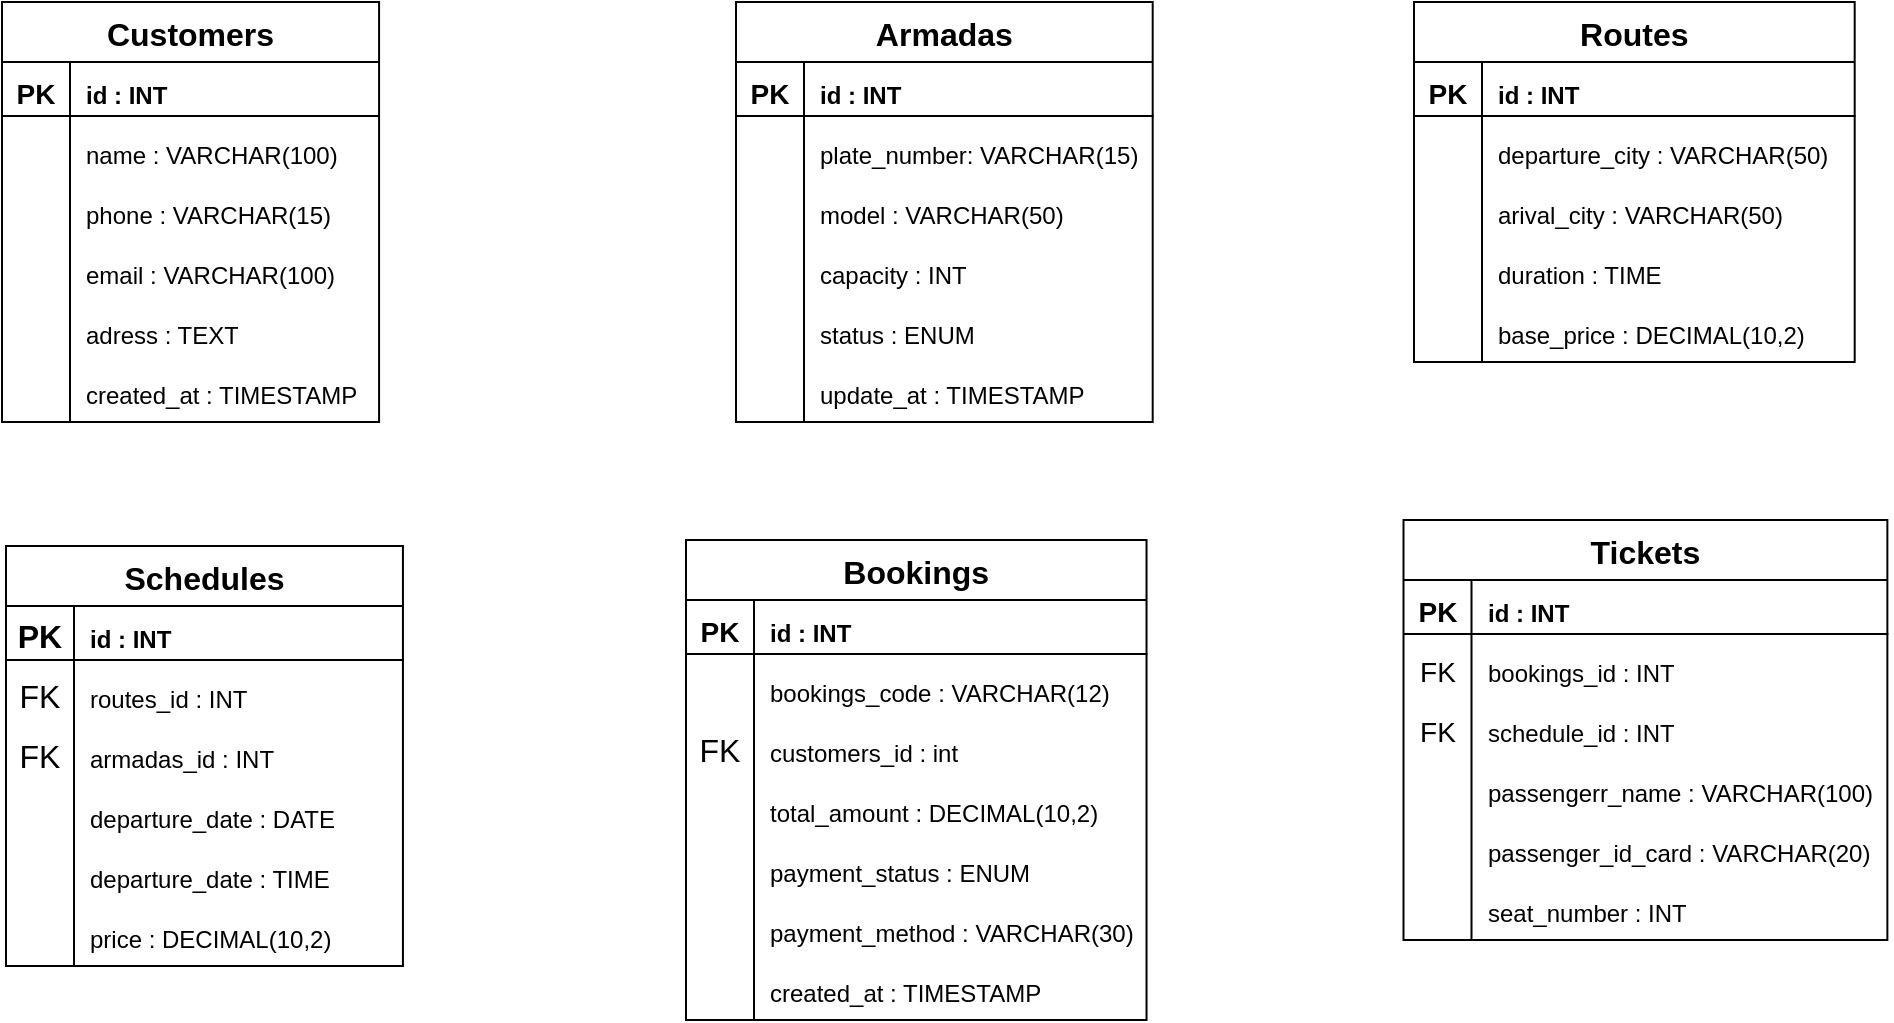
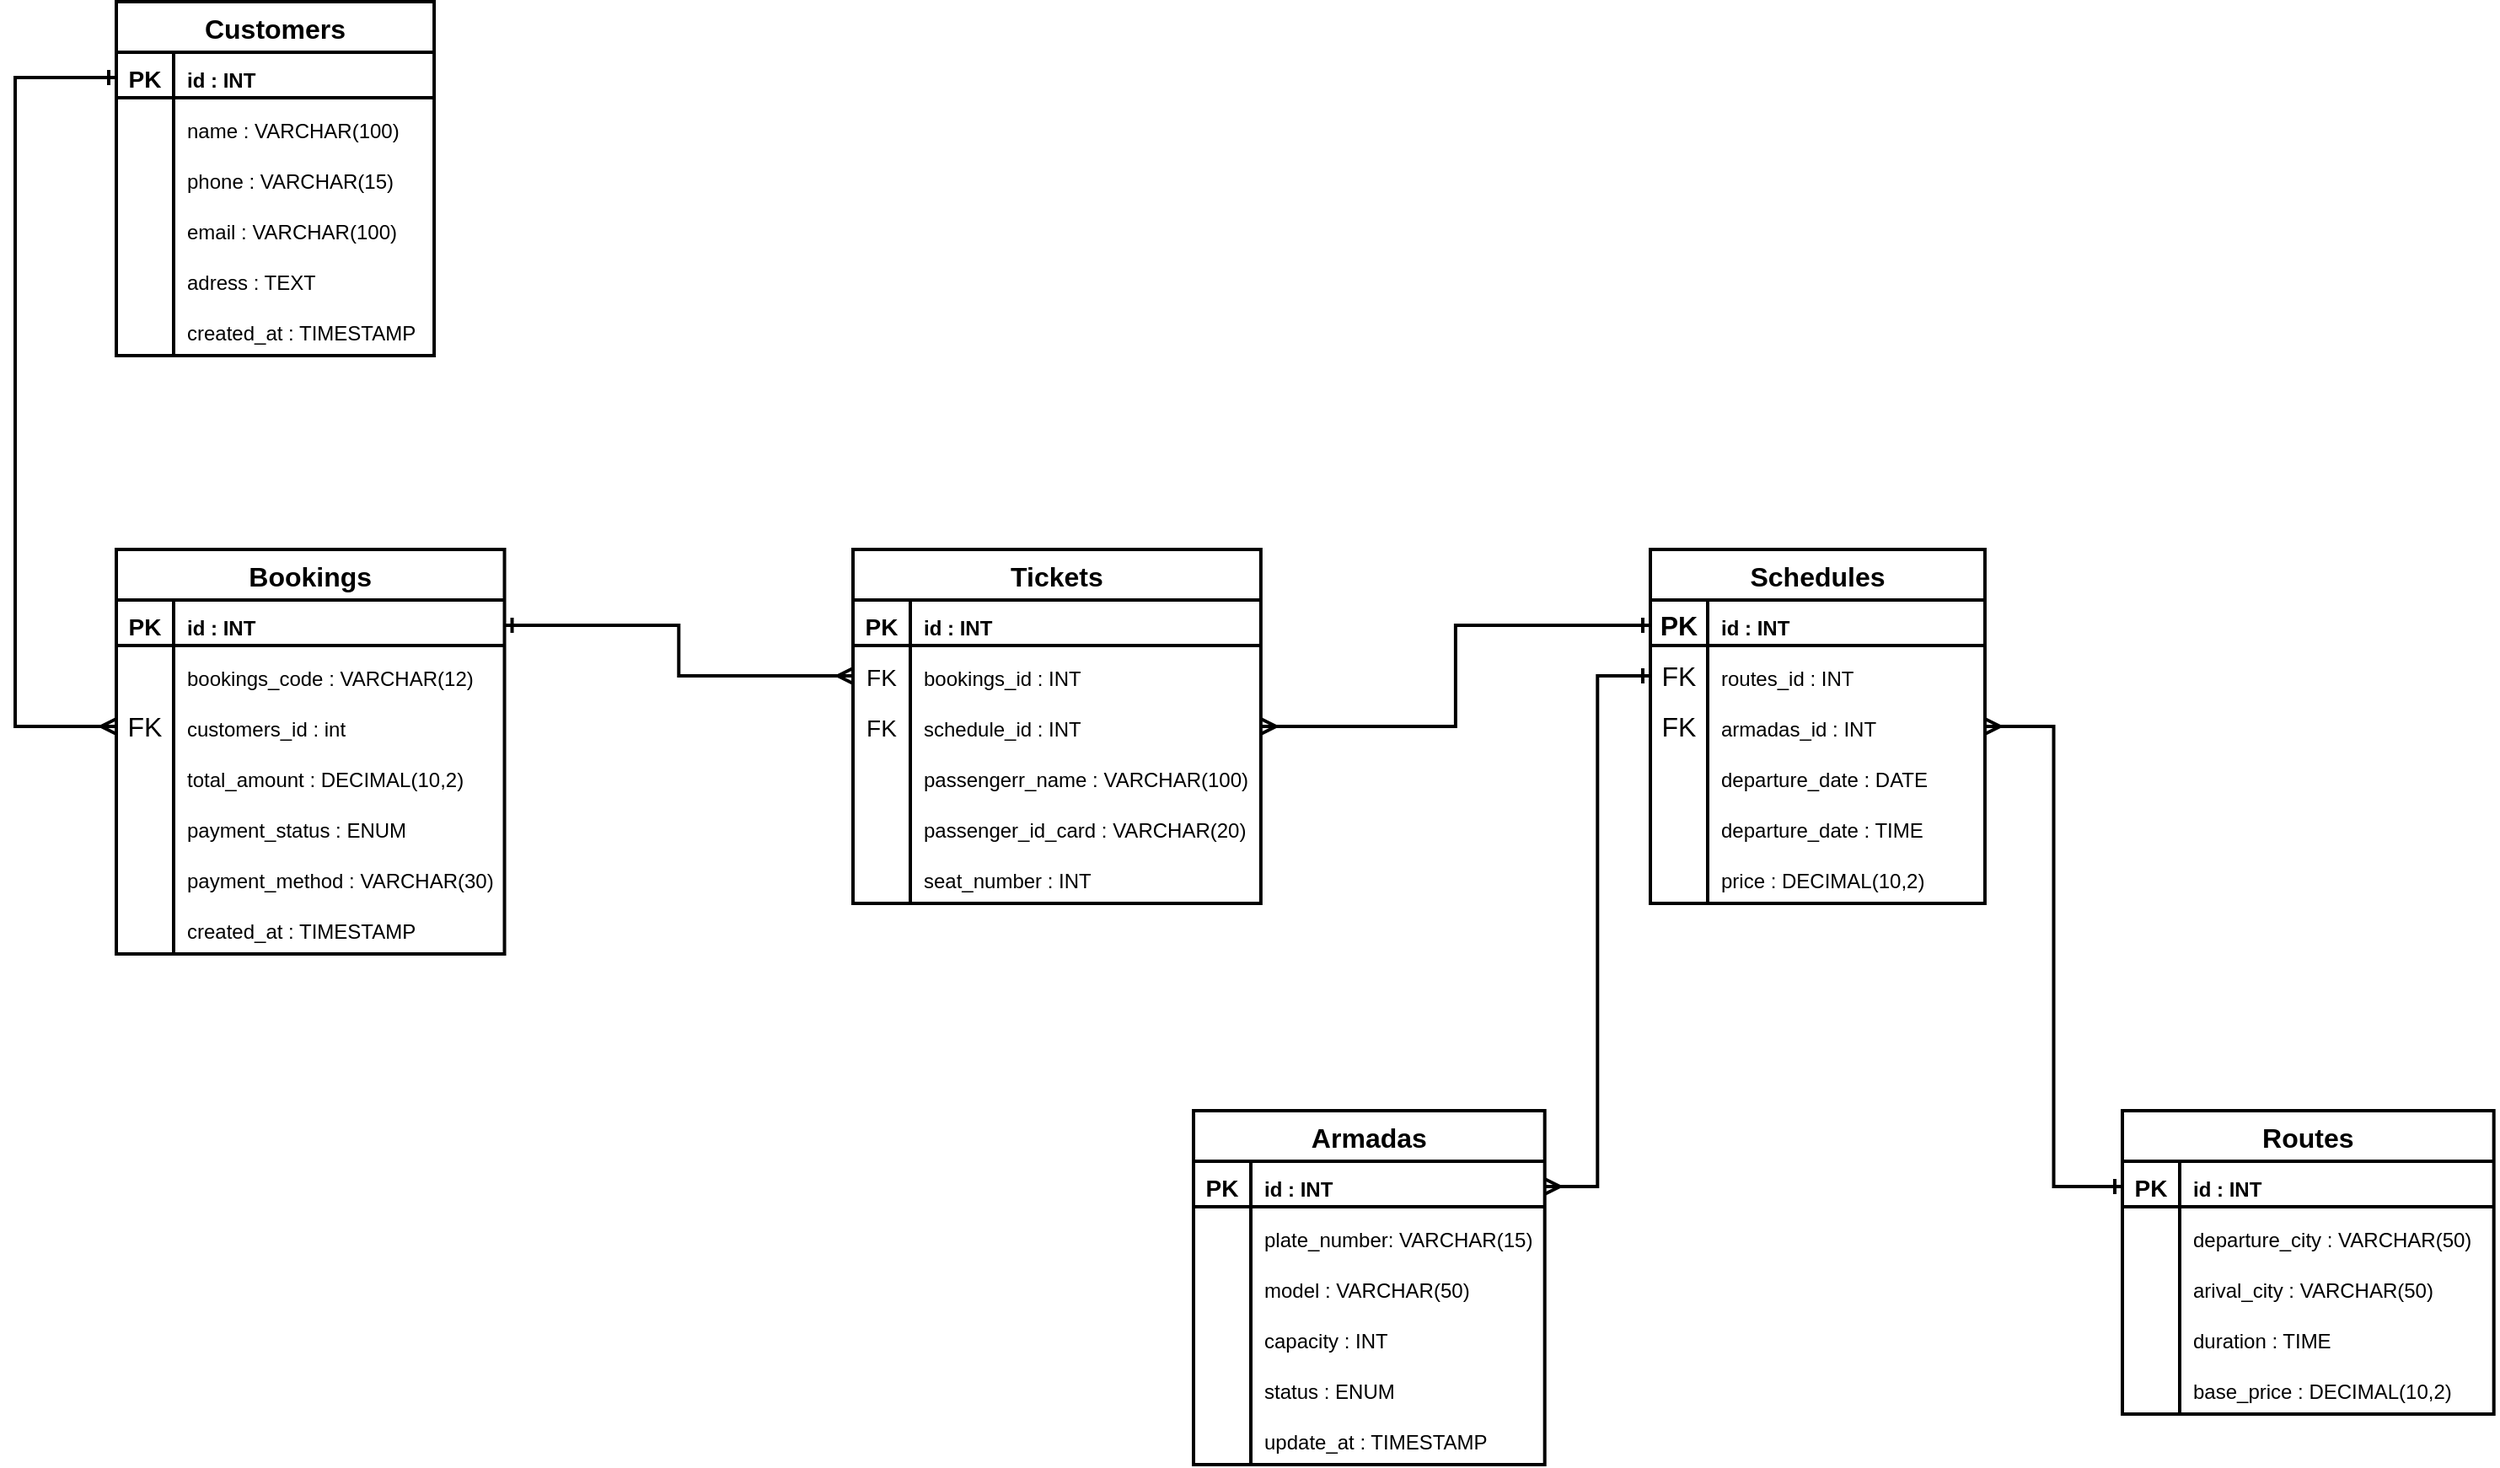
<mxfile host="Electron">
  <diagram name="Page-1" id="kJ8Mc6y_ZzB0DB1dgNBE">
-     <mxGraphModel dx="1439" dy="849" grid="0" gridSize="10" guides="1" tooltips="1" connect="1" arrows="1" fold="1" page="1" pageScale="1" pageWidth="1169" pageHeight="827" background="#ffffff" math="0" shadow="0">
+     <mxGraphModel dx="2038" dy="1203" grid="0" gridSize="10" guides="1" tooltips="1" connect="1" arrows="1" fold="1" page="1" pageScale="1" pageWidth="1654" pageHeight="1169" background="#ffffff" math="0" shadow="0">
      <root>
        <mxCell id="0" />
        <mxCell id="1" parent="0" />
-         <mxCell id="spA_d-TOyame6YQLWrdW-179" parent="1" style="shape=table;startSize=30;container=1;collapsible=0;childLayout=tableLayout;fixedRows=1;rowLines=0;fontStyle=1;strokeColor=#000000;fontSize=16;fontColor=#000000;fillColor=#FFFFFF;" value="Customers" vertex="1">
-           <mxGeometry height="210" width="188.54173932756737" x="130" y="88" as="geometry" />
+         <mxCell id="spA_d-TOyame6YQLWrdW-179" parent="1" style="shape=table;startSize=30;container=1;collapsible=0;childLayout=tableLayout;fixedRows=1;rowLines=0;fontStyle=1;strokeColor=#000000;fontSize=16;fontColor=#000000;fillColor=#FFFFFF;strokeWidth=2;" value="Customers" vertex="1">
+           <mxGeometry height="210" width="188.54173932756737" x="135" y="122" as="geometry" />
        </mxCell>
        <mxCell id="spA_d-TOyame6YQLWrdW-180" parent="spA_d-TOyame6YQLWrdW-179" style="shape=tableRow;horizontal=0;startSize=0;swimlaneHead=0;swimlaneBody=0;top=0;left=0;bottom=0;right=0;collapsible=0;dropTarget=0;fillColor=none;points=[[0,0.5],[1,0.5]];portConstraint=eastwest;strokeColor=inherit;fontSize=16;" value="" vertex="1">
          <mxGeometry height="30" width="188.54173932756737" y="30" as="geometry" />
        </mxCell>
        <mxCell id="spA_d-TOyame6YQLWrdW-181" parent="spA_d-TOyame6YQLWrdW-180" style="shape=partialRectangle;html=1;whiteSpace=wrap;connectable=0;fillColor=none;top=0;left=0;bottom=0;right=0;overflow=hidden;pointerEvents=1;strokeColor=#000000;fontSize=16;fontColor=#000000;" value="&lt;b&gt;&lt;font style=&quot;font-size: 14px;&quot;&gt;PK&lt;/font&gt;&lt;/b&gt;" vertex="1">
          <mxGeometry height="30" width="34" as="geometry">
            <mxRectangle height="30" width="34" as="alternateBounds" />
          </mxGeometry>
        </mxCell>
        <mxCell id="spA_d-TOyame6YQLWrdW-182" parent="spA_d-TOyame6YQLWrdW-180" style="shape=partialRectangle;html=1;whiteSpace=wrap;connectable=0;fillColor=none;top=0;left=0;bottom=0;right=0;align=left;spacingLeft=6;overflow=hidden;strokeColor=#000000;fontSize=16;fontColor=#000000;" value="&lt;font style=&quot;font-size: 12px;&quot;&gt;&lt;b&gt;id : INT&lt;/b&gt;&lt;/font&gt;" vertex="1">
          <mxGeometry height="30" width="155" x="34" as="geometry">
            <mxRectangle height="30" width="155" as="alternateBounds" />
          </mxGeometry>
        </mxCell>
        <mxCell id="spA_d-TOyame6YQLWrdW-183" parent="spA_d-TOyame6YQLWrdW-179" style="shape=tableRow;horizontal=0;startSize=0;swimlaneHead=0;swimlaneBody=0;top=0;left=0;bottom=0;right=0;collapsible=0;dropTarget=0;fillColor=none;points=[[0,0.5],[1,0.5]];portConstraint=eastwest;strokeColor=inherit;fontSize=16;" value="" vertex="1">
          <mxGeometry height="30" width="188.54173932756737" y="60" as="geometry" />
        </mxCell>
        <mxCell id="spA_d-TOyame6YQLWrdW-184" parent="spA_d-TOyame6YQLWrdW-183" style="shape=partialRectangle;html=1;whiteSpace=wrap;connectable=0;fillColor=none;top=0;left=0;bottom=0;right=0;overflow=hidden;strokeColor=inherit;fontSize=16;fontColor=#000000;" value="" vertex="1">
          <mxGeometry height="30" width="34" as="geometry">
            <mxRectangle height="30" width="34" as="alternateBounds" />
          </mxGeometry>
        </mxCell>
        <mxCell id="spA_d-TOyame6YQLWrdW-185" parent="spA_d-TOyame6YQLWrdW-183" style="shape=partialRectangle;html=1;whiteSpace=wrap;connectable=0;fillColor=none;top=0;left=0;bottom=0;right=0;align=left;spacingLeft=6;overflow=hidden;strokeColor=inherit;fontSize=16;fontColor=#000000;" value="&lt;span style=&quot;color: rgb(0, 0, 0); font-size: 12px;&quot;&gt;name :&amp;nbsp;&lt;/span&gt;&lt;span style=&quot;color: rgb(0, 0, 0); font-size: 12px; text-align: center;&quot;&gt;VARCHAR(100)&lt;/span&gt;" vertex="1">
          <mxGeometry height="30" width="155" x="34" as="geometry">
            <mxRectangle height="30" width="155" as="alternateBounds" />
          </mxGeometry>
        </mxCell>
        <mxCell id="spA_d-TOyame6YQLWrdW-186" parent="spA_d-TOyame6YQLWrdW-179" style="shape=tableRow;horizontal=0;startSize=0;swimlaneHead=0;swimlaneBody=0;top=0;left=0;bottom=0;right=0;collapsible=0;dropTarget=0;fillColor=none;points=[[0,0.5],[1,0.5]];portConstraint=eastwest;strokeColor=inherit;fontSize=16;" value="" vertex="1">
          <mxGeometry height="30" width="188.54173932756737" y="90" as="geometry" />
        </mxCell>
        <mxCell id="spA_d-TOyame6YQLWrdW-187" parent="spA_d-TOyame6YQLWrdW-186" style="shape=partialRectangle;html=1;whiteSpace=wrap;connectable=0;fillColor=none;top=0;left=0;bottom=0;right=0;overflow=hidden;strokeColor=inherit;fontSize=16;fontColor=#000000;" value="" vertex="1">
          <mxGeometry height="30" width="34" as="geometry">
            <mxRectangle height="30" width="34" as="alternateBounds" />
          </mxGeometry>
        </mxCell>
        <mxCell id="spA_d-TOyame6YQLWrdW-188" parent="spA_d-TOyame6YQLWrdW-186" style="shape=partialRectangle;html=1;whiteSpace=wrap;connectable=0;fillColor=none;top=0;left=0;bottom=0;right=0;align=left;spacingLeft=6;overflow=hidden;strokeColor=inherit;fontSize=16;fontColor=#000000;" value="&lt;span style=&quot;color: rgb(0, 0, 0); font-size: 12px;&quot;&gt;phone :&amp;nbsp;&lt;/span&gt;&lt;span style=&quot;color: rgb(0, 0, 0); font-size: 12px; text-align: center;&quot;&gt;VARCHAR(15)&lt;/span&gt;" vertex="1">
          <mxGeometry height="30" width="155" x="34" as="geometry">
            <mxRectangle height="30" width="155" as="alternateBounds" />
          </mxGeometry>
        </mxCell>
        <mxCell id="Xo8xpW6T9qOqPY2RvKqo-4" parent="spA_d-TOyame6YQLWrdW-179" style="shape=tableRow;horizontal=0;startSize=0;swimlaneHead=0;swimlaneBody=0;top=0;left=0;bottom=0;right=0;collapsible=0;dropTarget=0;fillColor=none;points=[[0,0.5],[1,0.5]];portConstraint=eastwest;strokeColor=inherit;fontSize=16;" value="" vertex="1">
          <mxGeometry height="30" width="188.54173932756737" y="120" as="geometry" />
        </mxCell>
        <mxCell id="Xo8xpW6T9qOqPY2RvKqo-5" parent="Xo8xpW6T9qOqPY2RvKqo-4" style="shape=partialRectangle;html=1;whiteSpace=wrap;connectable=0;fillColor=none;top=0;left=0;bottom=0;right=0;overflow=hidden;strokeColor=inherit;fontSize=16;fontColor=#000000;" value="" vertex="1">
          <mxGeometry height="30" width="34" as="geometry">
            <mxRectangle height="30" width="34" as="alternateBounds" />
          </mxGeometry>
        </mxCell>
        <mxCell id="Xo8xpW6T9qOqPY2RvKqo-6" parent="Xo8xpW6T9qOqPY2RvKqo-4" style="shape=partialRectangle;html=1;whiteSpace=wrap;connectable=0;fillColor=none;top=0;left=0;bottom=0;right=0;align=left;spacingLeft=6;overflow=hidden;strokeColor=inherit;fontSize=16;fontColor=#000000;" value="&lt;span style=&quot;color: rgb(0, 0, 0); font-size: 12px;&quot;&gt;email :&amp;nbsp;&lt;/span&gt;&lt;span style=&quot;color: rgb(0, 0, 0); font-size: 12px; text-align: center;&quot;&gt;VARCHAR(100)&lt;/span&gt;" vertex="1">
          <mxGeometry height="30" width="155" x="34" as="geometry">
            <mxRectangle height="30" width="155" as="alternateBounds" />
          </mxGeometry>
        </mxCell>
        <mxCell id="4wj_1gfYNaP55m7zzhlJ-24" parent="spA_d-TOyame6YQLWrdW-179" style="shape=tableRow;horizontal=0;startSize=0;swimlaneHead=0;swimlaneBody=0;top=0;left=0;bottom=0;right=0;collapsible=0;dropTarget=0;fillColor=none;points=[[0,0.5],[1,0.5]];portConstraint=eastwest;strokeColor=inherit;fontSize=16;" value="" vertex="1">
          <mxGeometry height="30" width="188.54173932756737" y="150" as="geometry" />
        </mxCell>
        <mxCell id="4wj_1gfYNaP55m7zzhlJ-25" parent="4wj_1gfYNaP55m7zzhlJ-24" style="shape=partialRectangle;html=1;whiteSpace=wrap;connectable=0;fillColor=none;top=0;left=0;bottom=0;right=0;overflow=hidden;strokeColor=inherit;fontSize=16;fontColor=#000000;" value="" vertex="1">
          <mxGeometry height="30" width="34" as="geometry">
            <mxRectangle height="30" width="34" as="alternateBounds" />
          </mxGeometry>
        </mxCell>
        <mxCell id="4wj_1gfYNaP55m7zzhlJ-26" parent="4wj_1gfYNaP55m7zzhlJ-24" style="shape=partialRectangle;html=1;whiteSpace=wrap;connectable=0;fillColor=none;top=0;left=0;bottom=0;right=0;align=left;spacingLeft=6;overflow=hidden;strokeColor=inherit;fontSize=16;fontColor=#000000;" value="&lt;div style=&quot;text-align: center;&quot;&gt;&lt;span style=&quot;color: rgb(0, 0, 0); font-size: 12px; background-color: transparent;&quot;&gt;adress : TEXT&lt;/span&gt;&lt;/div&gt;" vertex="1">
          <mxGeometry height="30" width="155" x="34" as="geometry">
            <mxRectangle height="30" width="155" as="alternateBounds" />
          </mxGeometry>
        </mxCell>
        <mxCell id="4wj_1gfYNaP55m7zzhlJ-27" parent="spA_d-TOyame6YQLWrdW-179" style="shape=tableRow;horizontal=0;startSize=0;swimlaneHead=0;swimlaneBody=0;top=0;left=0;bottom=0;right=0;collapsible=0;dropTarget=0;fillColor=none;points=[[0,0.5],[1,0.5]];portConstraint=eastwest;strokeColor=inherit;fontSize=16;" value="" vertex="1">
          <mxGeometry height="30" width="188.54173932756737" y="180" as="geometry" />
        </mxCell>
        <mxCell id="4wj_1gfYNaP55m7zzhlJ-28" parent="4wj_1gfYNaP55m7zzhlJ-27" style="shape=partialRectangle;html=1;whiteSpace=wrap;connectable=0;fillColor=none;top=0;left=0;bottom=0;right=0;overflow=hidden;strokeColor=inherit;fontSize=16;fontColor=#000000;" value="" vertex="1">
          <mxGeometry height="30" width="34" as="geometry">
            <mxRectangle height="30" width="34" as="alternateBounds" />
          </mxGeometry>
        </mxCell>
        <mxCell id="4wj_1gfYNaP55m7zzhlJ-29" parent="4wj_1gfYNaP55m7zzhlJ-27" style="shape=partialRectangle;html=1;whiteSpace=wrap;connectable=0;fillColor=none;top=0;left=0;bottom=0;right=0;align=left;spacingLeft=6;overflow=hidden;strokeColor=inherit;fontSize=16;fontColor=#000000;" value="&lt;div style=&quot;text-align: center;&quot;&gt;&lt;span style=&quot;color: rgb(0, 0, 0); font-size: 12px; background-color: transparent;&quot;&gt;created_at : TIMESTAMP&lt;/span&gt;&lt;/div&gt;" vertex="1">
          <mxGeometry height="30" width="155" x="34" as="geometry">
            <mxRectangle height="30" width="155" as="alternateBounds" />
          </mxGeometry>
        </mxCell>
-         <mxCell id="Xo8xpW6T9qOqPY2RvKqo-3" edge="1" parent="spA_d-TOyame6YQLWrdW-179" source="spA_d-TOyame6YQLWrdW-180" style="endArrow=none;html=1;rounded=0;strokeColor=#000000;entryX=1.002;entryY=0.898;entryDx=0;entryDy=0;entryPerimeter=0;exitX=0;exitY=0.9;exitDx=0;exitDy=0;exitPerimeter=0;" target="spA_d-TOyame6YQLWrdW-180" value="">
+         <mxCell id="Xo8xpW6T9qOqPY2RvKqo-3" edge="1" parent="spA_d-TOyame6YQLWrdW-179" source="spA_d-TOyame6YQLWrdW-180" style="endArrow=none;html=1;rounded=0;strokeColor=#000000;entryX=1.002;entryY=0.898;entryDx=0;entryDy=0;entryPerimeter=0;exitX=0;exitY=0.9;exitDx=0;exitDy=0;exitPerimeter=0;strokeWidth=2;" target="spA_d-TOyame6YQLWrdW-180" value="">
          <mxGeometry height="50" relative="1" width="50" as="geometry">
            <mxPoint x="72" y="102" as="sourcePoint" />
            <mxPoint x="122" y="52" as="targetPoint" />
          </mxGeometry>
        </mxCell>
-         <mxCell id="Xo8xpW6T9qOqPY2RvKqo-7" parent="1" style="shape=table;startSize=30;container=1;collapsible=0;childLayout=tableLayout;fixedRows=1;rowLines=0;fontStyle=1;strokeColor=#000000;fontSize=16;fontColor=#000000;fillColor=#FFFFFF;" value="Armadas" vertex="1">
-           <mxGeometry height="210" width="208.34497754179932" x="497" y="88" as="geometry" />
+         <mxCell id="Xo8xpW6T9qOqPY2RvKqo-7" parent="1" style="shape=table;startSize=30;container=1;collapsible=0;childLayout=tableLayout;fixedRows=1;rowLines=0;fontStyle=1;strokeColor=#000000;fontSize=16;fontColor=#000000;fillColor=#FFFFFF;strokeWidth=2;" value="Armadas" vertex="1">
+           <mxGeometry height="210" width="208.34497754179932" x="774" y="780" as="geometry" />
        </mxCell>
        <mxCell id="Xo8xpW6T9qOqPY2RvKqo-8" parent="Xo8xpW6T9qOqPY2RvKqo-7" style="shape=tableRow;horizontal=0;startSize=0;swimlaneHead=0;swimlaneBody=0;top=0;left=0;bottom=0;right=0;collapsible=0;dropTarget=0;fillColor=none;points=[[0,0.5],[1,0.5]];portConstraint=eastwest;strokeColor=inherit;fontSize=16;" value="" vertex="1">
          <mxGeometry height="30" width="208.34497754179932" y="30" as="geometry" />
        </mxCell>
        <mxCell id="Xo8xpW6T9qOqPY2RvKqo-9" parent="Xo8xpW6T9qOqPY2RvKqo-8" style="shape=partialRectangle;html=1;whiteSpace=wrap;connectable=0;fillColor=none;top=0;left=0;bottom=0;right=0;overflow=hidden;pointerEvents=1;strokeColor=#000000;fontSize=16;fontColor=#000000;" value="&lt;b&gt;&lt;font style=&quot;font-size: 14px;&quot;&gt;PK&lt;/font&gt;&lt;/b&gt;" vertex="1">
          <mxGeometry height="30" width="34" as="geometry">
            <mxRectangle height="30" width="34" as="alternateBounds" />
          </mxGeometry>
        </mxCell>
        <mxCell id="Xo8xpW6T9qOqPY2RvKqo-10" parent="Xo8xpW6T9qOqPY2RvKqo-8" style="shape=partialRectangle;html=1;whiteSpace=wrap;connectable=0;fillColor=none;top=0;left=0;bottom=0;right=0;align=left;spacingLeft=6;overflow=hidden;strokeColor=#000000;fontSize=16;fontColor=#000000;" value="&lt;font style=&quot;font-size: 12px;&quot;&gt;&lt;b&gt;id : INT&lt;/b&gt;&lt;/font&gt;" vertex="1">
          <mxGeometry height="30" width="174" x="34" as="geometry">
            <mxRectangle height="30" width="174" as="alternateBounds" />
          </mxGeometry>
        </mxCell>
        <mxCell id="Xo8xpW6T9qOqPY2RvKqo-11" parent="Xo8xpW6T9qOqPY2RvKqo-7" style="shape=tableRow;horizontal=0;startSize=0;swimlaneHead=0;swimlaneBody=0;top=0;left=0;bottom=0;right=0;collapsible=0;dropTarget=0;fillColor=none;points=[[0,0.5],[1,0.5]];portConstraint=eastwest;strokeColor=inherit;fontSize=16;" value="" vertex="1">
          <mxGeometry height="30" width="208.34497754179932" y="60" as="geometry" />
        </mxCell>
        <mxCell id="Xo8xpW6T9qOqPY2RvKqo-12" parent="Xo8xpW6T9qOqPY2RvKqo-11" style="shape=partialRectangle;html=1;whiteSpace=wrap;connectable=0;fillColor=none;top=0;left=0;bottom=0;right=0;overflow=hidden;strokeColor=inherit;fontSize=16;fontColor=#000000;" value="" vertex="1">
          <mxGeometry height="30" width="34" as="geometry">
            <mxRectangle height="30" width="34" as="alternateBounds" />
          </mxGeometry>
        </mxCell>
        <mxCell id="Xo8xpW6T9qOqPY2RvKqo-13" parent="Xo8xpW6T9qOqPY2RvKqo-11" style="shape=partialRectangle;html=1;whiteSpace=wrap;connectable=0;fillColor=none;top=0;left=0;bottom=0;right=0;align=left;spacingLeft=6;overflow=hidden;strokeColor=inherit;fontSize=16;fontColor=#000000;" value="&lt;font color=&quot;#000000&quot;&gt;&lt;span style=&quot;font-size: 12px;&quot;&gt;plate_number: VARCHAR(&lt;/span&gt;&lt;span style=&quot;font-size: 12px;&quot;&gt;15&lt;/span&gt;&lt;span style=&quot;font-size: 12px;&quot;&gt;)&lt;/span&gt;&lt;/font&gt;" vertex="1">
          <mxGeometry height="30" width="174" x="34" as="geometry">
            <mxRectangle height="30" width="174" as="alternateBounds" />
          </mxGeometry>
        </mxCell>
        <mxCell id="Xo8xpW6T9qOqPY2RvKqo-14" parent="Xo8xpW6T9qOqPY2RvKqo-7" style="shape=tableRow;horizontal=0;startSize=0;swimlaneHead=0;swimlaneBody=0;top=0;left=0;bottom=0;right=0;collapsible=0;dropTarget=0;fillColor=none;points=[[0,0.5],[1,0.5]];portConstraint=eastwest;strokeColor=inherit;fontSize=16;" value="" vertex="1">
          <mxGeometry height="30" width="208.34497754179932" y="90" as="geometry" />
        </mxCell>
        <mxCell id="Xo8xpW6T9qOqPY2RvKqo-15" parent="Xo8xpW6T9qOqPY2RvKqo-14" style="shape=partialRectangle;html=1;whiteSpace=wrap;connectable=0;fillColor=none;top=0;left=0;bottom=0;right=0;overflow=hidden;strokeColor=inherit;fontSize=16;fontColor=#000000;" value="" vertex="1">
          <mxGeometry height="30" width="34" as="geometry">
            <mxRectangle height="30" width="34" as="alternateBounds" />
          </mxGeometry>
        </mxCell>
        <mxCell id="Xo8xpW6T9qOqPY2RvKqo-16" parent="Xo8xpW6T9qOqPY2RvKqo-14" style="shape=partialRectangle;html=1;whiteSpace=wrap;connectable=0;fillColor=none;top=0;left=0;bottom=0;right=0;align=left;spacingLeft=6;overflow=hidden;strokeColor=inherit;fontSize=16;fontColor=#000000;" value="&lt;div style=&quot;text-align: center;&quot;&gt;&lt;span style=&quot;color: rgb(0, 0, 0); font-size: 12px; text-align: left;&quot;&gt;model : VARCHAR(50)&lt;/span&gt;&lt;/div&gt;" vertex="1">
          <mxGeometry height="30" width="174" x="34" as="geometry">
            <mxRectangle height="30" width="174" as="alternateBounds" />
          </mxGeometry>
        </mxCell>
        <mxCell id="Xo8xpW6T9qOqPY2RvKqo-17" parent="Xo8xpW6T9qOqPY2RvKqo-7" style="shape=tableRow;horizontal=0;startSize=0;swimlaneHead=0;swimlaneBody=0;top=0;left=0;bottom=0;right=0;collapsible=0;dropTarget=0;fillColor=none;points=[[0,0.5],[1,0.5]];portConstraint=eastwest;strokeColor=inherit;fontSize=16;" value="" vertex="1">
          <mxGeometry height="30" width="208.34497754179932" y="120" as="geometry" />
        </mxCell>
        <mxCell id="Xo8xpW6T9qOqPY2RvKqo-18" parent="Xo8xpW6T9qOqPY2RvKqo-17" style="shape=partialRectangle;html=1;whiteSpace=wrap;connectable=0;fillColor=none;top=0;left=0;bottom=0;right=0;overflow=hidden;strokeColor=inherit;fontSize=16;fontColor=#000000;" value="" vertex="1">
          <mxGeometry height="30" width="34" as="geometry">
            <mxRectangle height="30" width="34" as="alternateBounds" />
          </mxGeometry>
        </mxCell>
        <mxCell id="Xo8xpW6T9qOqPY2RvKqo-19" parent="Xo8xpW6T9qOqPY2RvKqo-17" style="shape=partialRectangle;html=1;whiteSpace=wrap;connectable=0;fillColor=none;top=0;left=0;bottom=0;right=0;align=left;spacingLeft=6;overflow=hidden;strokeColor=inherit;fontSize=16;fontColor=#000000;" value="&lt;span style=&quot;color: rgb(0, 0, 0); font-size: 12px; text-align: center;&quot;&gt;capacity : INT&lt;/span&gt;" vertex="1">
          <mxGeometry height="30" width="174" x="34" as="geometry">
            <mxRectangle height="30" width="174" as="alternateBounds" />
          </mxGeometry>
        </mxCell>
        <mxCell id="BzmTT121cw_u00IB5EKc-1" parent="Xo8xpW6T9qOqPY2RvKqo-7" style="shape=tableRow;horizontal=0;startSize=0;swimlaneHead=0;swimlaneBody=0;top=0;left=0;bottom=0;right=0;collapsible=0;dropTarget=0;fillColor=none;points=[[0,0.5],[1,0.5]];portConstraint=eastwest;strokeColor=inherit;fontSize=16;" value="" vertex="1">
          <mxGeometry height="30" width="208.34497754179932" y="150" as="geometry" />
        </mxCell>
        <mxCell id="BzmTT121cw_u00IB5EKc-2" parent="BzmTT121cw_u00IB5EKc-1" style="shape=partialRectangle;html=1;whiteSpace=wrap;connectable=0;fillColor=none;top=0;left=0;bottom=0;right=0;overflow=hidden;strokeColor=inherit;fontSize=16;fontColor=#000000;" value="" vertex="1">
          <mxGeometry height="30" width="34" as="geometry">
            <mxRectangle height="30" width="34" as="alternateBounds" />
          </mxGeometry>
        </mxCell>
        <mxCell id="BzmTT121cw_u00IB5EKc-3" parent="BzmTT121cw_u00IB5EKc-1" style="shape=partialRectangle;html=1;whiteSpace=wrap;connectable=0;fillColor=none;top=0;left=0;bottom=0;right=0;align=left;spacingLeft=6;overflow=hidden;strokeColor=inherit;fontSize=16;fontColor=#000000;" value="&lt;span style=&quot;color: rgb(0, 0, 0); font-size: 12px;&quot;&gt;status :&amp;nbsp;&lt;/span&gt;&lt;span style=&quot;color: rgb(0, 0, 0); font-size: 12px; text-align: center;&quot;&gt;ENUM&lt;/span&gt;" vertex="1">
          <mxGeometry height="30" width="174" x="34" as="geometry">
            <mxRectangle height="30" width="174" as="alternateBounds" />
          </mxGeometry>
        </mxCell>
        <mxCell id="BzmTT121cw_u00IB5EKc-4" parent="Xo8xpW6T9qOqPY2RvKqo-7" style="shape=tableRow;horizontal=0;startSize=0;swimlaneHead=0;swimlaneBody=0;top=0;left=0;bottom=0;right=0;collapsible=0;dropTarget=0;fillColor=none;points=[[0,0.5],[1,0.5]];portConstraint=eastwest;strokeColor=inherit;fontSize=16;" value="" vertex="1">
          <mxGeometry height="30" width="208.34497754179932" y="180" as="geometry" />
        </mxCell>
        <mxCell id="BzmTT121cw_u00IB5EKc-5" parent="BzmTT121cw_u00IB5EKc-4" style="shape=partialRectangle;html=1;whiteSpace=wrap;connectable=0;fillColor=none;top=0;left=0;bottom=0;right=0;overflow=hidden;strokeColor=inherit;fontSize=16;fontColor=#000000;" value="" vertex="1">
          <mxGeometry height="30" width="34" as="geometry">
            <mxRectangle height="30" width="34" as="alternateBounds" />
          </mxGeometry>
        </mxCell>
        <mxCell id="BzmTT121cw_u00IB5EKc-6" parent="BzmTT121cw_u00IB5EKc-4" style="shape=partialRectangle;html=1;whiteSpace=wrap;connectable=0;fillColor=none;top=0;left=0;bottom=0;right=0;align=left;spacingLeft=6;overflow=hidden;strokeColor=inherit;fontSize=16;fontColor=#000000;" value="&lt;div style=&quot;text-align: center;&quot;&gt;&lt;span style=&quot;color: rgb(0, 0, 0); font-size: 12px; background-color: transparent;&quot;&gt;update_at : TIMESTAMP&lt;/span&gt;&lt;/div&gt;" vertex="1">
          <mxGeometry height="30" width="174" x="34" as="geometry">
            <mxRectangle height="30" width="174" as="alternateBounds" />
          </mxGeometry>
        </mxCell>
-         <mxCell id="Xo8xpW6T9qOqPY2RvKqo-20" edge="1" parent="Xo8xpW6T9qOqPY2RvKqo-7" source="Xo8xpW6T9qOqPY2RvKqo-8" style="endArrow=none;html=1;rounded=0;strokeColor=#000000;entryX=1.002;entryY=0.898;entryDx=0;entryDy=0;entryPerimeter=0;exitX=0;exitY=0.9;exitDx=0;exitDy=0;exitPerimeter=0;" target="Xo8xpW6T9qOqPY2RvKqo-8" value="">
+         <mxCell id="Xo8xpW6T9qOqPY2RvKqo-20" edge="1" parent="Xo8xpW6T9qOqPY2RvKqo-7" source="Xo8xpW6T9qOqPY2RvKqo-8" style="endArrow=none;html=1;rounded=0;strokeColor=#000000;entryX=1.002;entryY=0.898;entryDx=0;entryDy=0;entryPerimeter=0;exitX=0;exitY=0.9;exitDx=0;exitDy=0;exitPerimeter=0;strokeWidth=2;" target="Xo8xpW6T9qOqPY2RvKqo-8" value="">
          <mxGeometry height="50" relative="1" width="50" as="geometry">
            <mxPoint x="72" y="102" as="sourcePoint" />
            <mxPoint x="122" y="52" as="targetPoint" />
          </mxGeometry>
        </mxCell>
-         <mxCell id="Xo8xpW6T9qOqPY2RvKqo-21" parent="1" style="shape=table;startSize=30;container=1;collapsible=0;childLayout=tableLayout;fixedRows=1;rowLines=0;fontStyle=1;strokeColor=#000000;fontSize=16;fontColor=#000000;fillColor=#FFFFFF;" value="Routes" vertex="1">
-           <mxGeometry height="180" width="220.34746442522356" x="836" y="88" as="geometry" />
+         <mxCell id="Xo8xpW6T9qOqPY2RvKqo-21" parent="1" style="shape=table;startSize=30;container=1;collapsible=0;childLayout=tableLayout;fixedRows=1;rowLines=0;fontStyle=1;strokeColor=#000000;fontSize=16;fontColor=#000000;fillColor=#FFFFFF;strokeWidth=2;" value="Routes" vertex="1">
+           <mxGeometry height="180" width="220.34746442522356" x="1325" y="780" as="geometry" />
        </mxCell>
        <mxCell id="Xo8xpW6T9qOqPY2RvKqo-22" parent="Xo8xpW6T9qOqPY2RvKqo-21" style="shape=tableRow;horizontal=0;startSize=0;swimlaneHead=0;swimlaneBody=0;top=0;left=0;bottom=0;right=0;collapsible=0;dropTarget=0;fillColor=none;points=[[0,0.5],[1,0.5]];portConstraint=eastwest;strokeColor=inherit;fontSize=16;" value="" vertex="1">
          <mxGeometry height="30" width="220.34746442522356" y="30" as="geometry" />
        </mxCell>
        <mxCell id="Xo8xpW6T9qOqPY2RvKqo-23" parent="Xo8xpW6T9qOqPY2RvKqo-22" style="shape=partialRectangle;html=1;whiteSpace=wrap;connectable=0;fillColor=none;top=0;left=0;bottom=0;right=0;overflow=hidden;pointerEvents=1;strokeColor=#000000;fontSize=16;fontColor=#000000;" value="&lt;b&gt;&lt;font style=&quot;font-size: 14px;&quot;&gt;PK&lt;/font&gt;&lt;/b&gt;" vertex="1">
          <mxGeometry height="30" width="34" as="geometry">
            <mxRectangle height="30" width="34" as="alternateBounds" />
          </mxGeometry>
        </mxCell>
        <mxCell id="Xo8xpW6T9qOqPY2RvKqo-24" parent="Xo8xpW6T9qOqPY2RvKqo-22" style="shape=partialRectangle;html=1;whiteSpace=wrap;connectable=0;fillColor=none;top=0;left=0;bottom=0;right=0;align=left;spacingLeft=6;overflow=hidden;strokeColor=#000000;fontSize=16;fontColor=#000000;" value="&lt;font style=&quot;font-size: 12px;&quot;&gt;&lt;b&gt;id : INT&lt;/b&gt;&lt;/font&gt;" vertex="1">
          <mxGeometry height="30" width="186" x="34" as="geometry">
            <mxRectangle height="30" width="186" as="alternateBounds" />
          </mxGeometry>
        </mxCell>
        <mxCell id="Xo8xpW6T9qOqPY2RvKqo-25" parent="Xo8xpW6T9qOqPY2RvKqo-21" style="shape=tableRow;horizontal=0;startSize=0;swimlaneHead=0;swimlaneBody=0;top=0;left=0;bottom=0;right=0;collapsible=0;dropTarget=0;fillColor=none;points=[[0,0.5],[1,0.5]];portConstraint=eastwest;strokeColor=inherit;fontSize=16;" value="" vertex="1">
          <mxGeometry height="30" width="220.34746442522356" y="60" as="geometry" />
        </mxCell>
        <mxCell id="Xo8xpW6T9qOqPY2RvKqo-26" parent="Xo8xpW6T9qOqPY2RvKqo-25" style="shape=partialRectangle;html=1;whiteSpace=wrap;connectable=0;fillColor=none;top=0;left=0;bottom=0;right=0;overflow=hidden;strokeColor=inherit;fontSize=16;fontColor=#000000;" value="" vertex="1">
          <mxGeometry height="30" width="34" as="geometry">
            <mxRectangle height="30" width="34" as="alternateBounds" />
          </mxGeometry>
        </mxCell>
        <mxCell id="Xo8xpW6T9qOqPY2RvKqo-27" parent="Xo8xpW6T9qOqPY2RvKqo-25" style="shape=partialRectangle;html=1;whiteSpace=wrap;connectable=0;fillColor=none;top=0;left=0;bottom=0;right=0;align=left;spacingLeft=6;overflow=hidden;strokeColor=inherit;fontSize=16;fontColor=#000000;" value="&lt;font color=&quot;#000000&quot;&gt;&lt;span style=&quot;font-size: 12px;&quot;&gt;departure_city : VARCHAR(50)&lt;/span&gt;&lt;/font&gt;" vertex="1">
          <mxGeometry height="30" width="186" x="34" as="geometry">
            <mxRectangle height="30" width="186" as="alternateBounds" />
          </mxGeometry>
        </mxCell>
        <mxCell id="Xo8xpW6T9qOqPY2RvKqo-28" parent="Xo8xpW6T9qOqPY2RvKqo-21" style="shape=tableRow;horizontal=0;startSize=0;swimlaneHead=0;swimlaneBody=0;top=0;left=0;bottom=0;right=0;collapsible=0;dropTarget=0;fillColor=none;points=[[0,0.5],[1,0.5]];portConstraint=eastwest;strokeColor=inherit;fontSize=16;" value="" vertex="1">
          <mxGeometry height="30" width="220.34746442522356" y="90" as="geometry" />
        </mxCell>
        <mxCell id="Xo8xpW6T9qOqPY2RvKqo-29" parent="Xo8xpW6T9qOqPY2RvKqo-28" style="shape=partialRectangle;html=1;whiteSpace=wrap;connectable=0;fillColor=none;top=0;left=0;bottom=0;right=0;overflow=hidden;strokeColor=inherit;fontSize=16;fontColor=#000000;" value="" vertex="1">
          <mxGeometry height="30" width="34" as="geometry">
            <mxRectangle height="30" width="34" as="alternateBounds" />
          </mxGeometry>
        </mxCell>
        <mxCell id="Xo8xpW6T9qOqPY2RvKqo-30" parent="Xo8xpW6T9qOqPY2RvKqo-28" style="shape=partialRectangle;html=1;whiteSpace=wrap;connectable=0;fillColor=none;top=0;left=0;bottom=0;right=0;align=left;spacingLeft=6;overflow=hidden;strokeColor=inherit;fontSize=16;fontColor=#000000;" value="&lt;div style=&quot;text-align: center;&quot;&gt;&lt;span style=&quot;color: rgb(0, 0, 0); font-size: 12px; background-color: transparent;&quot;&gt;arival_city : VARCHAR(50)&lt;/span&gt;&lt;/div&gt;" vertex="1">
          <mxGeometry height="30" width="186" x="34" as="geometry">
            <mxRectangle height="30" width="186" as="alternateBounds" />
          </mxGeometry>
        </mxCell>
        <mxCell id="Xo8xpW6T9qOqPY2RvKqo-31" parent="Xo8xpW6T9qOqPY2RvKqo-21" style="shape=tableRow;horizontal=0;startSize=0;swimlaneHead=0;swimlaneBody=0;top=0;left=0;bottom=0;right=0;collapsible=0;dropTarget=0;fillColor=none;points=[[0,0.5],[1,0.5]];portConstraint=eastwest;strokeColor=inherit;fontSize=16;" value="" vertex="1">
          <mxGeometry height="30" width="220.34746442522356" y="120" as="geometry" />
        </mxCell>
        <mxCell id="Xo8xpW6T9qOqPY2RvKqo-32" parent="Xo8xpW6T9qOqPY2RvKqo-31" style="shape=partialRectangle;html=1;whiteSpace=wrap;connectable=0;fillColor=none;top=0;left=0;bottom=0;right=0;overflow=hidden;strokeColor=inherit;fontSize=16;fontColor=#000000;" value="" vertex="1">
          <mxGeometry height="30" width="34" as="geometry">
            <mxRectangle height="30" width="34" as="alternateBounds" />
          </mxGeometry>
        </mxCell>
        <mxCell id="Xo8xpW6T9qOqPY2RvKqo-33" parent="Xo8xpW6T9qOqPY2RvKqo-31" style="shape=partialRectangle;html=1;whiteSpace=wrap;connectable=0;fillColor=none;top=0;left=0;bottom=0;right=0;align=left;spacingLeft=6;overflow=hidden;strokeColor=inherit;fontSize=16;fontColor=#000000;" value="&lt;div style=&quot;text-align: center;&quot;&gt;&lt;span style=&quot;color: rgb(0, 0, 0); font-size: 12px; background-color: transparent;&quot;&gt;duration : TIME&lt;/span&gt;&lt;/div&gt;" vertex="1">
          <mxGeometry height="30" width="186" x="34" as="geometry">
            <mxRectangle height="30" width="186" as="alternateBounds" />
          </mxGeometry>
        </mxCell>
        <mxCell id="BzmTT121cw_u00IB5EKc-10" parent="Xo8xpW6T9qOqPY2RvKqo-21" style="shape=tableRow;horizontal=0;startSize=0;swimlaneHead=0;swimlaneBody=0;top=0;left=0;bottom=0;right=0;collapsible=0;dropTarget=0;fillColor=none;points=[[0,0.5],[1,0.5]];portConstraint=eastwest;strokeColor=inherit;fontSize=16;" value="" vertex="1">
          <mxGeometry height="30" width="220.34746442522356" y="150" as="geometry" />
        </mxCell>
        <mxCell id="BzmTT121cw_u00IB5EKc-11" parent="BzmTT121cw_u00IB5EKc-10" style="shape=partialRectangle;html=1;whiteSpace=wrap;connectable=0;fillColor=none;top=0;left=0;bottom=0;right=0;overflow=hidden;strokeColor=inherit;fontSize=16;fontColor=#000000;" value="" vertex="1">
          <mxGeometry height="30" width="34" as="geometry">
            <mxRectangle height="30" width="34" as="alternateBounds" />
          </mxGeometry>
        </mxCell>
        <mxCell id="BzmTT121cw_u00IB5EKc-12" parent="BzmTT121cw_u00IB5EKc-10" style="shape=partialRectangle;html=1;whiteSpace=wrap;connectable=0;fillColor=none;top=0;left=0;bottom=0;right=0;align=left;spacingLeft=6;overflow=hidden;strokeColor=inherit;fontSize=16;fontColor=#000000;" value="&lt;div style=&quot;text-align: center;&quot;&gt;&lt;span style=&quot;color: rgb(0, 0, 0); font-size: 12px; background-color: transparent;&quot;&gt;base_price : DECIMAL(10,2)&lt;/span&gt;&lt;/div&gt;" vertex="1">
          <mxGeometry height="30" width="186" x="34" as="geometry">
            <mxRectangle height="30" width="186" as="alternateBounds" />
          </mxGeometry>
        </mxCell>
-         <mxCell id="Xo8xpW6T9qOqPY2RvKqo-34" edge="1" parent="Xo8xpW6T9qOqPY2RvKqo-21" source="Xo8xpW6T9qOqPY2RvKqo-22" style="endArrow=none;html=1;rounded=0;strokeColor=#000000;entryX=1.002;entryY=0.898;entryDx=0;entryDy=0;entryPerimeter=0;exitX=0;exitY=0.9;exitDx=0;exitDy=0;exitPerimeter=0;" target="Xo8xpW6T9qOqPY2RvKqo-22" value="">
+         <mxCell id="Xo8xpW6T9qOqPY2RvKqo-34" edge="1" parent="Xo8xpW6T9qOqPY2RvKqo-21" source="Xo8xpW6T9qOqPY2RvKqo-22" style="endArrow=none;html=1;rounded=0;strokeColor=#000000;entryX=1.002;entryY=0.898;entryDx=0;entryDy=0;entryPerimeter=0;exitX=0;exitY=0.9;exitDx=0;exitDy=0;exitPerimeter=0;strokeWidth=2;" target="Xo8xpW6T9qOqPY2RvKqo-22" value="">
          <mxGeometry height="50" relative="1" width="50" as="geometry">
            <mxPoint x="72" y="102" as="sourcePoint" />
            <mxPoint x="122" y="52" as="targetPoint" />
          </mxGeometry>
        </mxCell>
-         <mxCell id="Xo8xpW6T9qOqPY2RvKqo-49" parent="1" style="shape=table;startSize=30;container=1;collapsible=0;childLayout=tableLayout;fixedRows=1;rowLines=0;fontStyle=1;strokeColor=#000000;fontSize=16;fontColor=#000000;fillColor=#FFFFFF;" value="Schedules" vertex="1">
-           <mxGeometry height="210" width="198.47246442522373" x="132" y="360" as="geometry" />
+         <mxCell id="Xo8xpW6T9qOqPY2RvKqo-49" parent="1" style="shape=table;startSize=30;container=1;collapsible=0;childLayout=tableLayout;fixedRows=1;rowLines=0;fontStyle=1;strokeColor=#000000;fontSize=16;fontColor=#000000;fillColor=#FFFFFF;strokeWidth=2;" value="Schedules" vertex="1">
+           <mxGeometry height="210" width="198.47246442522373" x="1045" y="447" as="geometry" />
        </mxCell>
        <mxCell id="Xo8xpW6T9qOqPY2RvKqo-50" parent="Xo8xpW6T9qOqPY2RvKqo-49" style="shape=tableRow;horizontal=0;startSize=0;swimlaneHead=0;swimlaneBody=0;top=0;left=0;bottom=0;right=0;collapsible=0;dropTarget=0;fillColor=none;points=[[0,0.5],[1,0.5]];portConstraint=eastwest;strokeColor=inherit;fontSize=16;" value="" vertex="1">
          <mxGeometry height="30" width="198.47246442522373" y="30" as="geometry" />
        </mxCell>
        <mxCell id="Xo8xpW6T9qOqPY2RvKqo-51" parent="Xo8xpW6T9qOqPY2RvKqo-50" style="shape=partialRectangle;html=1;whiteSpace=wrap;connectable=0;fillColor=none;top=0;left=0;bottom=0;right=0;overflow=hidden;pointerEvents=1;strokeColor=#000000;fontSize=16;fontColor=#000000;" value="&lt;b&gt;PK&lt;/b&gt;" vertex="1">
          <mxGeometry height="30" width="34" as="geometry">
            <mxRectangle height="30" width="34" as="alternateBounds" />
          </mxGeometry>
        </mxCell>
        <mxCell id="Xo8xpW6T9qOqPY2RvKqo-52" parent="Xo8xpW6T9qOqPY2RvKqo-50" style="shape=partialRectangle;html=1;whiteSpace=wrap;connectable=0;fillColor=none;top=0;left=0;bottom=0;right=0;align=left;spacingLeft=6;overflow=hidden;strokeColor=#000000;fontSize=16;fontColor=#000000;" value="&lt;font style=&quot;font-size: 12px;&quot;&gt;&lt;b&gt;id : INT&lt;/b&gt;&lt;/font&gt;" vertex="1">
          <mxGeometry height="30" width="164" x="34" as="geometry">
            <mxRectangle height="30" width="164" as="alternateBounds" />
          </mxGeometry>
        </mxCell>
        <mxCell id="Xo8xpW6T9qOqPY2RvKqo-53" parent="Xo8xpW6T9qOqPY2RvKqo-49" style="shape=tableRow;horizontal=0;startSize=0;swimlaneHead=0;swimlaneBody=0;top=0;left=0;bottom=0;right=0;collapsible=0;dropTarget=0;fillColor=none;points=[[0,0.5],[1,0.5]];portConstraint=eastwest;strokeColor=inherit;fontSize=16;" value="" vertex="1">
          <mxGeometry height="30" width="198.47246442522373" y="60" as="geometry" />
        </mxCell>
        <mxCell id="Xo8xpW6T9qOqPY2RvKqo-54" parent="Xo8xpW6T9qOqPY2RvKqo-53" style="shape=partialRectangle;html=1;whiteSpace=wrap;connectable=0;fillColor=none;top=0;left=0;bottom=0;right=0;overflow=hidden;strokeColor=inherit;fontSize=16;fontColor=#000000;" value="FK" vertex="1">
          <mxGeometry height="30" width="34" as="geometry">
            <mxRectangle height="30" width="34" as="alternateBounds" />
          </mxGeometry>
        </mxCell>
        <mxCell id="Xo8xpW6T9qOqPY2RvKqo-55" parent="Xo8xpW6T9qOqPY2RvKqo-53" style="shape=partialRectangle;html=1;whiteSpace=wrap;connectable=0;fillColor=none;top=0;left=0;bottom=0;right=0;align=left;spacingLeft=6;overflow=hidden;strokeColor=inherit;fontSize=16;fontColor=#000000;" value="&lt;font color=&quot;#000000&quot;&gt;&lt;span style=&quot;font-size: 12px;&quot;&gt;routes_id : INT&lt;/span&gt;&lt;/font&gt;" vertex="1">
          <mxGeometry height="30" width="164" x="34" as="geometry">
            <mxRectangle height="30" width="164" as="alternateBounds" />
          </mxGeometry>
        </mxCell>
        <mxCell id="Xo8xpW6T9qOqPY2RvKqo-56" parent="Xo8xpW6T9qOqPY2RvKqo-49" style="shape=tableRow;horizontal=0;startSize=0;swimlaneHead=0;swimlaneBody=0;top=0;left=0;bottom=0;right=0;collapsible=0;dropTarget=0;fillColor=none;points=[[0,0.5],[1,0.5]];portConstraint=eastwest;strokeColor=inherit;fontSize=16;" value="" vertex="1">
          <mxGeometry height="30" width="198.47246442522373" y="90" as="geometry" />
        </mxCell>
        <mxCell id="Xo8xpW6T9qOqPY2RvKqo-57" parent="Xo8xpW6T9qOqPY2RvKqo-56" style="shape=partialRectangle;html=1;whiteSpace=wrap;connectable=0;fillColor=none;top=0;left=0;bottom=0;right=0;overflow=hidden;strokeColor=inherit;fontSize=16;fontColor=#000000;" value="FK" vertex="1">
          <mxGeometry height="30" width="34" as="geometry">
            <mxRectangle height="30" width="34" as="alternateBounds" />
          </mxGeometry>
        </mxCell>
        <mxCell id="Xo8xpW6T9qOqPY2RvKqo-58" parent="Xo8xpW6T9qOqPY2RvKqo-56" style="shape=partialRectangle;html=1;whiteSpace=wrap;connectable=0;fillColor=none;top=0;left=0;bottom=0;right=0;align=left;spacingLeft=6;overflow=hidden;strokeColor=inherit;fontSize=16;fontColor=#000000;" value="&lt;div style=&quot;text-align: left;&quot;&gt;&lt;font color=&quot;#000000&quot;&gt;&lt;span style=&quot;font-size: 12px;&quot;&gt;armadas_id : INT&lt;/span&gt;&lt;/font&gt;&lt;/div&gt;" vertex="1">
          <mxGeometry height="30" width="164" x="34" as="geometry">
            <mxRectangle height="30" width="164" as="alternateBounds" />
          </mxGeometry>
        </mxCell>
        <mxCell id="Xo8xpW6T9qOqPY2RvKqo-59" parent="Xo8xpW6T9qOqPY2RvKqo-49" style="shape=tableRow;horizontal=0;startSize=0;swimlaneHead=0;swimlaneBody=0;top=0;left=0;bottom=0;right=0;collapsible=0;dropTarget=0;fillColor=none;points=[[0,0.5],[1,0.5]];portConstraint=eastwest;strokeColor=inherit;fontSize=16;" value="" vertex="1">
          <mxGeometry height="30" width="198.47246442522373" y="120" as="geometry" />
        </mxCell>
        <mxCell id="Xo8xpW6T9qOqPY2RvKqo-60" parent="Xo8xpW6T9qOqPY2RvKqo-59" style="shape=partialRectangle;html=1;whiteSpace=wrap;connectable=0;fillColor=none;top=0;left=0;bottom=0;right=0;overflow=hidden;strokeColor=inherit;fontSize=16;fontColor=#000000;" value="" vertex="1">
          <mxGeometry height="30" width="34" as="geometry">
            <mxRectangle height="30" width="34" as="alternateBounds" />
          </mxGeometry>
        </mxCell>
        <mxCell id="Xo8xpW6T9qOqPY2RvKqo-61" parent="Xo8xpW6T9qOqPY2RvKqo-59" style="shape=partialRectangle;html=1;whiteSpace=wrap;connectable=0;fillColor=none;top=0;left=0;bottom=0;right=0;align=left;spacingLeft=6;overflow=hidden;strokeColor=inherit;fontSize=16;fontColor=#000000;" value="&lt;div style=&quot;text-align: center;&quot;&gt;&lt;span style=&quot;color: rgb(0, 0, 0); font-size: 12px; text-align: left;&quot;&gt;departure_date : DATE&lt;/span&gt;&lt;/div&gt;" vertex="1">
          <mxGeometry height="30" width="164" x="34" as="geometry">
            <mxRectangle height="30" width="164" as="alternateBounds" />
          </mxGeometry>
        </mxCell>
        <mxCell id="BzmTT121cw_u00IB5EKc-13" parent="Xo8xpW6T9qOqPY2RvKqo-49" style="shape=tableRow;horizontal=0;startSize=0;swimlaneHead=0;swimlaneBody=0;top=0;left=0;bottom=0;right=0;collapsible=0;dropTarget=0;fillColor=none;points=[[0,0.5],[1,0.5]];portConstraint=eastwest;strokeColor=inherit;fontSize=16;" value="" vertex="1">
          <mxGeometry height="30" width="198.47246442522373" y="150" as="geometry" />
        </mxCell>
        <mxCell id="BzmTT121cw_u00IB5EKc-14" parent="BzmTT121cw_u00IB5EKc-13" style="shape=partialRectangle;html=1;whiteSpace=wrap;connectable=0;fillColor=none;top=0;left=0;bottom=0;right=0;overflow=hidden;strokeColor=inherit;fontSize=16;fontColor=#000000;" value="" vertex="1">
          <mxGeometry height="30" width="34" as="geometry">
            <mxRectangle height="30" width="34" as="alternateBounds" />
          </mxGeometry>
        </mxCell>
        <mxCell id="BzmTT121cw_u00IB5EKc-15" parent="BzmTT121cw_u00IB5EKc-13" style="shape=partialRectangle;html=1;whiteSpace=wrap;connectable=0;fillColor=none;top=0;left=0;bottom=0;right=0;align=left;spacingLeft=6;overflow=hidden;strokeColor=inherit;fontSize=16;fontColor=#000000;" value="&lt;div style=&quot;text-align: center;&quot;&gt;&lt;span style=&quot;color: rgb(0, 0, 0); font-size: 12px; background-color: transparent; text-align: left;&quot;&gt;departure_date&lt;/span&gt;&lt;span style=&quot;color: rgb(0, 0, 0); font-size: 12px;&quot;&gt; : TIME&lt;/span&gt;&lt;/div&gt;" vertex="1">
          <mxGeometry height="30" width="164" x="34" as="geometry">
            <mxRectangle height="30" width="164" as="alternateBounds" />
          </mxGeometry>
        </mxCell>
        <mxCell id="BzmTT121cw_u00IB5EKc-16" parent="Xo8xpW6T9qOqPY2RvKqo-49" style="shape=tableRow;horizontal=0;startSize=0;swimlaneHead=0;swimlaneBody=0;top=0;left=0;bottom=0;right=0;collapsible=0;dropTarget=0;fillColor=none;points=[[0,0.5],[1,0.5]];portConstraint=eastwest;strokeColor=inherit;fontSize=16;" value="" vertex="1">
          <mxGeometry height="30" width="198.47246442522373" y="180" as="geometry" />
        </mxCell>
        <mxCell id="BzmTT121cw_u00IB5EKc-17" parent="BzmTT121cw_u00IB5EKc-16" style="shape=partialRectangle;html=1;whiteSpace=wrap;connectable=0;fillColor=none;top=0;left=0;bottom=0;right=0;overflow=hidden;strokeColor=inherit;fontSize=16;fontColor=#000000;" value="" vertex="1">
          <mxGeometry height="30" width="34" as="geometry">
            <mxRectangle height="30" width="34" as="alternateBounds" />
          </mxGeometry>
        </mxCell>
        <mxCell id="BzmTT121cw_u00IB5EKc-18" parent="BzmTT121cw_u00IB5EKc-16" style="shape=partialRectangle;html=1;whiteSpace=wrap;connectable=0;fillColor=none;top=0;left=0;bottom=0;right=0;align=left;spacingLeft=6;overflow=hidden;strokeColor=inherit;fontSize=16;fontColor=#000000;" value="&lt;div style=&quot;text-align: center;&quot;&gt;&lt;span style=&quot;color: rgb(0, 0, 0); font-size: 12px; background-color: transparent;&quot;&gt;price : DECIMAL(10,2)&lt;/span&gt;&lt;/div&gt;" vertex="1">
          <mxGeometry height="30" width="164" x="34" as="geometry">
            <mxRectangle height="30" width="164" as="alternateBounds" />
          </mxGeometry>
        </mxCell>
-         <mxCell id="Xo8xpW6T9qOqPY2RvKqo-62" edge="1" parent="Xo8xpW6T9qOqPY2RvKqo-49" source="Xo8xpW6T9qOqPY2RvKqo-50" style="endArrow=none;html=1;rounded=0;strokeColor=#000000;entryX=1.002;entryY=0.898;entryDx=0;entryDy=0;entryPerimeter=0;exitX=0;exitY=0.9;exitDx=0;exitDy=0;exitPerimeter=0;" target="Xo8xpW6T9qOqPY2RvKqo-50" value="">
+         <mxCell id="Xo8xpW6T9qOqPY2RvKqo-62" edge="1" parent="Xo8xpW6T9qOqPY2RvKqo-49" source="Xo8xpW6T9qOqPY2RvKqo-50" style="endArrow=none;html=1;rounded=0;strokeColor=#000000;entryX=1.002;entryY=0.898;entryDx=0;entryDy=0;entryPerimeter=0;exitX=0;exitY=0.9;exitDx=0;exitDy=0;exitPerimeter=0;strokeWidth=2;" target="Xo8xpW6T9qOqPY2RvKqo-50" value="">
          <mxGeometry height="50" relative="1" width="50" as="geometry">
            <mxPoint x="72" y="102" as="sourcePoint" />
            <mxPoint x="122" y="52" as="targetPoint" />
          </mxGeometry>
        </mxCell>
-         <mxCell id="Xo8xpW6T9qOqPY2RvKqo-63" parent="1" style="shape=table;startSize=30;container=1;collapsible=0;childLayout=tableLayout;fixedRows=1;rowLines=0;fontStyle=1;strokeColor=#000000;fontSize=16;fontColor=#000000;fillColor=#FFFFFF;" value="Bookings" vertex="1">
-           <mxGeometry height="240" width="230.26415502724592" x="472" y="357" as="geometry" />
+         <mxCell id="Xo8xpW6T9qOqPY2RvKqo-63" parent="1" style="shape=table;startSize=30;container=1;collapsible=0;childLayout=tableLayout;fixedRows=1;rowLines=0;fontStyle=1;strokeColor=#000000;fontSize=16;fontColor=#000000;fillColor=#FFFFFF;strokeWidth=2;" value="Bookings" vertex="1">
+           <mxGeometry height="240" width="230.26415502724592" x="135" y="447" as="geometry" />
        </mxCell>
        <mxCell id="Xo8xpW6T9qOqPY2RvKqo-64" parent="Xo8xpW6T9qOqPY2RvKqo-63" style="shape=tableRow;horizontal=0;startSize=0;swimlaneHead=0;swimlaneBody=0;top=0;left=0;bottom=0;right=0;collapsible=0;dropTarget=0;fillColor=none;points=[[0,0.5],[1,0.5]];portConstraint=eastwest;strokeColor=inherit;fontSize=16;" value="" vertex="1">
          <mxGeometry height="30" width="230.26415502724592" y="30" as="geometry" />
        </mxCell>
        <mxCell id="Xo8xpW6T9qOqPY2RvKqo-65" parent="Xo8xpW6T9qOqPY2RvKqo-64" style="shape=partialRectangle;html=1;whiteSpace=wrap;connectable=0;fillColor=none;top=0;left=0;bottom=0;right=0;overflow=hidden;pointerEvents=1;strokeColor=#000000;fontSize=16;fontColor=#000000;" value="&lt;b&gt;&lt;font style=&quot;font-size: 14px;&quot;&gt;PK&lt;/font&gt;&lt;/b&gt;" vertex="1">
          <mxGeometry height="30" width="34" as="geometry">
            <mxRectangle height="30" width="34" as="alternateBounds" />
          </mxGeometry>
        </mxCell>
        <mxCell id="Xo8xpW6T9qOqPY2RvKqo-66" parent="Xo8xpW6T9qOqPY2RvKqo-64" style="shape=partialRectangle;html=1;whiteSpace=wrap;connectable=0;fillColor=none;top=0;left=0;bottom=0;right=0;align=left;spacingLeft=6;overflow=hidden;strokeColor=#000000;fontSize=16;fontColor=#000000;" value="&lt;font style=&quot;font-size: 12px;&quot;&gt;&lt;b&gt;id : INT&lt;/b&gt;&lt;/font&gt;" vertex="1">
          <mxGeometry height="30" width="196" x="34" as="geometry">
            <mxRectangle height="30" width="196" as="alternateBounds" />
          </mxGeometry>
        </mxCell>
        <mxCell id="Xo8xpW6T9qOqPY2RvKqo-67" parent="Xo8xpW6T9qOqPY2RvKqo-63" style="shape=tableRow;horizontal=0;startSize=0;swimlaneHead=0;swimlaneBody=0;top=0;left=0;bottom=0;right=0;collapsible=0;dropTarget=0;fillColor=none;points=[[0,0.5],[1,0.5]];portConstraint=eastwest;strokeColor=inherit;fontSize=16;" value="" vertex="1">
          <mxGeometry height="30" width="230.26415502724592" y="60" as="geometry" />
        </mxCell>
        <mxCell id="Xo8xpW6T9qOqPY2RvKqo-68" parent="Xo8xpW6T9qOqPY2RvKqo-67" style="shape=partialRectangle;html=1;whiteSpace=wrap;connectable=0;fillColor=none;top=0;left=0;bottom=0;right=0;overflow=hidden;strokeColor=inherit;fontSize=16;fontColor=#000000;" value="" vertex="1">
          <mxGeometry height="30" width="34" as="geometry">
            <mxRectangle height="30" width="34" as="alternateBounds" />
          </mxGeometry>
        </mxCell>
        <mxCell id="Xo8xpW6T9qOqPY2RvKqo-69" parent="Xo8xpW6T9qOqPY2RvKqo-67" style="shape=partialRectangle;html=1;whiteSpace=wrap;connectable=0;fillColor=none;top=0;left=0;bottom=0;right=0;align=left;spacingLeft=6;overflow=hidden;strokeColor=inherit;fontSize=16;fontColor=#000000;" value="&lt;font color=&quot;#000000&quot;&gt;&lt;span style=&quot;font-size: 12px;&quot;&gt;bookings_code : VARCHAR(12)&lt;/span&gt;&lt;/font&gt;" vertex="1">
          <mxGeometry height="30" width="196" x="34" as="geometry">
            <mxRectangle height="30" width="196" as="alternateBounds" />
          </mxGeometry>
        </mxCell>
        <mxCell id="BzmTT121cw_u00IB5EKc-25" parent="Xo8xpW6T9qOqPY2RvKqo-63" style="shape=tableRow;horizontal=0;startSize=0;swimlaneHead=0;swimlaneBody=0;top=0;left=0;bottom=0;right=0;collapsible=0;dropTarget=0;fillColor=none;points=[[0,0.5],[1,0.5]];portConstraint=eastwest;strokeColor=inherit;fontSize=16;" value="" vertex="1">
          <mxGeometry height="30" width="230.26415502724592" y="90" as="geometry" />
        </mxCell>
        <mxCell id="BzmTT121cw_u00IB5EKc-26" parent="BzmTT121cw_u00IB5EKc-25" style="shape=partialRectangle;html=1;whiteSpace=wrap;connectable=0;fillColor=none;top=0;left=0;bottom=0;right=0;overflow=hidden;strokeColor=inherit;fontSize=16;fontColor=#000000;" value="FK" vertex="1">
          <mxGeometry height="30" width="34" as="geometry">
            <mxRectangle height="30" width="34" as="alternateBounds" />
          </mxGeometry>
        </mxCell>
        <mxCell id="BzmTT121cw_u00IB5EKc-27" parent="BzmTT121cw_u00IB5EKc-25" style="shape=partialRectangle;html=1;whiteSpace=wrap;connectable=0;fillColor=none;top=0;left=0;bottom=0;right=0;align=left;spacingLeft=6;overflow=hidden;strokeColor=inherit;fontSize=16;fontColor=#000000;" value="&lt;font color=&quot;#000000&quot;&gt;&lt;span style=&quot;font-size: 12px;&quot;&gt;customers_id : int&lt;/span&gt;&lt;/font&gt;" vertex="1">
          <mxGeometry height="30" width="196" x="34" as="geometry">
            <mxRectangle height="30" width="196" as="alternateBounds" />
          </mxGeometry>
        </mxCell>
        <mxCell id="Xo8xpW6T9qOqPY2RvKqo-70" parent="Xo8xpW6T9qOqPY2RvKqo-63" style="shape=tableRow;horizontal=0;startSize=0;swimlaneHead=0;swimlaneBody=0;top=0;left=0;bottom=0;right=0;collapsible=0;dropTarget=0;fillColor=none;points=[[0,0.5],[1,0.5]];portConstraint=eastwest;strokeColor=inherit;fontSize=16;" value="" vertex="1">
          <mxGeometry height="30" width="230.26415502724592" y="120" as="geometry" />
        </mxCell>
        <mxCell id="Xo8xpW6T9qOqPY2RvKqo-71" parent="Xo8xpW6T9qOqPY2RvKqo-70" style="shape=partialRectangle;html=1;whiteSpace=wrap;connectable=0;fillColor=none;top=0;left=0;bottom=0;right=0;overflow=hidden;strokeColor=inherit;fontSize=16;fontColor=#000000;" value="" vertex="1">
          <mxGeometry height="30" width="34" as="geometry">
            <mxRectangle height="30" width="34" as="alternateBounds" />
          </mxGeometry>
        </mxCell>
        <mxCell id="Xo8xpW6T9qOqPY2RvKqo-72" parent="Xo8xpW6T9qOqPY2RvKqo-70" style="shape=partialRectangle;html=1;whiteSpace=wrap;connectable=0;fillColor=none;top=0;left=0;bottom=0;right=0;align=left;spacingLeft=6;overflow=hidden;strokeColor=inherit;fontSize=16;fontColor=#000000;" value="&lt;div style=&quot;text-align: left;&quot;&gt;&lt;span style=&quot;color: rgb(0, 0, 0); font-size: 12px; background-color: transparent;&quot;&gt;total_amount : DECIMAL(10,2)&lt;/span&gt;&lt;/div&gt;" vertex="1">
          <mxGeometry height="30" width="196" x="34" as="geometry">
            <mxRectangle height="30" width="196" as="alternateBounds" />
          </mxGeometry>
        </mxCell>
        <mxCell id="Xo8xpW6T9qOqPY2RvKqo-73" parent="Xo8xpW6T9qOqPY2RvKqo-63" style="shape=tableRow;horizontal=0;startSize=0;swimlaneHead=0;swimlaneBody=0;top=0;left=0;bottom=0;right=0;collapsible=0;dropTarget=0;fillColor=none;points=[[0,0.5],[1,0.5]];portConstraint=eastwest;strokeColor=inherit;fontSize=16;" value="" vertex="1">
          <mxGeometry height="30" width="230.26415502724592" y="150" as="geometry" />
        </mxCell>
        <mxCell id="Xo8xpW6T9qOqPY2RvKqo-74" parent="Xo8xpW6T9qOqPY2RvKqo-73" style="shape=partialRectangle;html=1;whiteSpace=wrap;connectable=0;fillColor=none;top=0;left=0;bottom=0;right=0;overflow=hidden;strokeColor=inherit;fontSize=16;fontColor=#000000;" value="" vertex="1">
          <mxGeometry height="30" width="34" as="geometry">
            <mxRectangle height="30" width="34" as="alternateBounds" />
          </mxGeometry>
        </mxCell>
        <mxCell id="Xo8xpW6T9qOqPY2RvKqo-75" parent="Xo8xpW6T9qOqPY2RvKqo-73" style="shape=partialRectangle;html=1;whiteSpace=wrap;connectable=0;fillColor=none;top=0;left=0;bottom=0;right=0;align=left;spacingLeft=6;overflow=hidden;strokeColor=inherit;fontSize=16;fontColor=#000000;" value="&lt;div style=&quot;text-align: center;&quot;&gt;&lt;span style=&quot;color: rgb(0, 0, 0); font-size: 12px; background-color: transparent;&quot;&gt;payment_status : ENUM&lt;/span&gt;&lt;/div&gt;" vertex="1">
          <mxGeometry height="30" width="196" x="34" as="geometry">
            <mxRectangle height="30" width="196" as="alternateBounds" />
          </mxGeometry>
        </mxCell>
        <mxCell id="BzmTT121cw_u00IB5EKc-31" parent="Xo8xpW6T9qOqPY2RvKqo-63" style="shape=tableRow;horizontal=0;startSize=0;swimlaneHead=0;swimlaneBody=0;top=0;left=0;bottom=0;right=0;collapsible=0;dropTarget=0;fillColor=none;points=[[0,0.5],[1,0.5]];portConstraint=eastwest;strokeColor=inherit;fontSize=16;" value="" vertex="1">
          <mxGeometry height="30" width="230.26415502724592" y="180" as="geometry" />
        </mxCell>
        <mxCell id="BzmTT121cw_u00IB5EKc-32" parent="BzmTT121cw_u00IB5EKc-31" style="shape=partialRectangle;html=1;whiteSpace=wrap;connectable=0;fillColor=none;top=0;left=0;bottom=0;right=0;overflow=hidden;strokeColor=inherit;fontSize=16;fontColor=#000000;" value="" vertex="1">
          <mxGeometry height="30" width="34" as="geometry">
            <mxRectangle height="30" width="34" as="alternateBounds" />
          </mxGeometry>
        </mxCell>
        <mxCell id="BzmTT121cw_u00IB5EKc-33" parent="BzmTT121cw_u00IB5EKc-31" style="shape=partialRectangle;html=1;whiteSpace=wrap;connectable=0;fillColor=none;top=0;left=0;bottom=0;right=0;align=left;spacingLeft=6;overflow=hidden;strokeColor=inherit;fontSize=16;fontColor=#000000;" value="&lt;div style=&quot;text-align: center;&quot;&gt;&lt;span style=&quot;color: rgb(0, 0, 0); font-size: 12px; background-color: transparent;&quot;&gt;payment_method : VARCHAR(30)&lt;/span&gt;&lt;/div&gt;" vertex="1">
          <mxGeometry height="30" width="196" x="34" as="geometry">
            <mxRectangle height="30" width="196" as="alternateBounds" />
          </mxGeometry>
        </mxCell>
        <mxCell id="BzmTT121cw_u00IB5EKc-28" parent="Xo8xpW6T9qOqPY2RvKqo-63" style="shape=tableRow;horizontal=0;startSize=0;swimlaneHead=0;swimlaneBody=0;top=0;left=0;bottom=0;right=0;collapsible=0;dropTarget=0;fillColor=none;points=[[0,0.5],[1,0.5]];portConstraint=eastwest;strokeColor=inherit;fontSize=16;" value="" vertex="1">
          <mxGeometry height="30" width="230.26415502724592" y="210" as="geometry" />
        </mxCell>
        <mxCell id="BzmTT121cw_u00IB5EKc-29" parent="BzmTT121cw_u00IB5EKc-28" style="shape=partialRectangle;html=1;whiteSpace=wrap;connectable=0;fillColor=none;top=0;left=0;bottom=0;right=0;overflow=hidden;strokeColor=inherit;fontSize=16;fontColor=#000000;" value="" vertex="1">
          <mxGeometry height="30" width="34" as="geometry">
            <mxRectangle height="30" width="34" as="alternateBounds" />
          </mxGeometry>
        </mxCell>
        <mxCell id="BzmTT121cw_u00IB5EKc-30" parent="BzmTT121cw_u00IB5EKc-28" style="shape=partialRectangle;html=1;whiteSpace=wrap;connectable=0;fillColor=none;top=0;left=0;bottom=0;right=0;align=left;spacingLeft=6;overflow=hidden;strokeColor=inherit;fontSize=16;fontColor=#000000;" value="&lt;div style=&quot;text-align: center;&quot;&gt;&lt;span style=&quot;color: rgb(0, 0, 0); font-size: 12px; background-color: transparent;&quot;&gt;created_at : TIMESTAMP&lt;/span&gt;&lt;/div&gt;" vertex="1">
          <mxGeometry height="30" width="196" x="34" as="geometry">
            <mxRectangle height="30" width="196" as="alternateBounds" />
          </mxGeometry>
        </mxCell>
-         <mxCell id="Xo8xpW6T9qOqPY2RvKqo-76" edge="1" parent="Xo8xpW6T9qOqPY2RvKqo-63" source="Xo8xpW6T9qOqPY2RvKqo-64" style="endArrow=none;html=1;rounded=0;strokeColor=#000000;entryX=1.002;entryY=0.898;entryDx=0;entryDy=0;entryPerimeter=0;exitX=0;exitY=0.9;exitDx=0;exitDy=0;exitPerimeter=0;" target="Xo8xpW6T9qOqPY2RvKqo-64" value="">
+         <mxCell id="Xo8xpW6T9qOqPY2RvKqo-76" edge="1" parent="Xo8xpW6T9qOqPY2RvKqo-63" source="Xo8xpW6T9qOqPY2RvKqo-64" style="endArrow=none;html=1;rounded=0;strokeColor=#000000;entryX=1.002;entryY=0.898;entryDx=0;entryDy=0;entryPerimeter=0;exitX=0;exitY=0.9;exitDx=0;exitDy=0;exitPerimeter=0;strokeWidth=2;" target="Xo8xpW6T9qOqPY2RvKqo-64" value="">
          <mxGeometry height="50" relative="1" width="50" as="geometry">
            <mxPoint x="72" y="102" as="sourcePoint" />
            <mxPoint x="122" y="52" as="targetPoint" />
          </mxGeometry>
        </mxCell>
-         <mxCell id="4wj_1gfYNaP55m7zzhlJ-1" parent="1" style="shape=table;startSize=30;container=1;collapsible=0;childLayout=tableLayout;fixedRows=1;rowLines=0;fontStyle=1;strokeColor=#000000;fontSize=16;fontColor=#000000;fillColor=#FFFFFF;" value="Tickets" vertex="1">
-           <mxGeometry height="210" width="241.93083844866135" x="830.75" y="347" as="geometry" />
+         <mxCell id="4wj_1gfYNaP55m7zzhlJ-1" parent="1" style="shape=table;startSize=30;container=1;collapsible=0;childLayout=tableLayout;fixedRows=1;rowLines=0;fontStyle=1;strokeColor=#000000;fontSize=16;fontColor=#000000;fillColor=#FFFFFF;strokeWidth=2;" value="Tickets" vertex="1">
+           <mxGeometry height="210.02776082356797" width="241.93083844866135" x="572" y="447" as="geometry" />
        </mxCell>
        <mxCell id="4wj_1gfYNaP55m7zzhlJ-2" parent="4wj_1gfYNaP55m7zzhlJ-1" style="shape=tableRow;horizontal=0;startSize=0;swimlaneHead=0;swimlaneBody=0;top=0;left=0;bottom=0;right=0;collapsible=0;dropTarget=0;fillColor=none;points=[[0,0.5],[1,0.5]];portConstraint=eastwest;strokeColor=inherit;fontSize=16;" value="" vertex="1">
          <mxGeometry height="30" width="241.93083844866135" y="30" as="geometry" />
        </mxCell>
        <mxCell id="4wj_1gfYNaP55m7zzhlJ-3" parent="4wj_1gfYNaP55m7zzhlJ-2" style="shape=partialRectangle;html=1;whiteSpace=wrap;connectable=0;fillColor=none;top=0;left=0;bottom=0;right=0;overflow=hidden;pointerEvents=1;strokeColor=#000000;fontSize=16;fontColor=#000000;" value="&lt;b&gt;&lt;font style=&quot;font-size: 14px;&quot;&gt;PK&lt;/font&gt;&lt;/b&gt;" vertex="1">
          <mxGeometry height="30" width="34" as="geometry">
            <mxRectangle height="30" width="34" as="alternateBounds" />
          </mxGeometry>
        </mxCell>
        <mxCell id="4wj_1gfYNaP55m7zzhlJ-4" parent="4wj_1gfYNaP55m7zzhlJ-2" style="shape=partialRectangle;html=1;whiteSpace=wrap;connectable=0;fillColor=none;top=0;left=0;bottom=0;right=0;align=left;spacingLeft=6;overflow=hidden;strokeColor=#000000;fontSize=16;fontColor=#000000;" value="&lt;font style=&quot;font-size: 12px;&quot;&gt;&lt;b&gt;id : INT&lt;/b&gt;&lt;/font&gt;" vertex="1">
          <mxGeometry height="30" width="208" x="34" as="geometry">
            <mxRectangle height="30" width="208" as="alternateBounds" />
          </mxGeometry>
        </mxCell>
        <mxCell id="4wj_1gfYNaP55m7zzhlJ-5" parent="4wj_1gfYNaP55m7zzhlJ-1" style="shape=tableRow;horizontal=0;startSize=0;swimlaneHead=0;swimlaneBody=0;top=0;left=0;bottom=0;right=0;collapsible=0;dropTarget=0;fillColor=none;points=[[0,0.5],[1,0.5]];portConstraint=eastwest;strokeColor=inherit;fontSize=16;" value="" vertex="1">
          <mxGeometry height="30" width="241.93083844866135" y="60" as="geometry" />
        </mxCell>
        <mxCell id="4wj_1gfYNaP55m7zzhlJ-6" parent="4wj_1gfYNaP55m7zzhlJ-5" style="shape=partialRectangle;html=1;whiteSpace=wrap;connectable=0;fillColor=none;top=0;left=0;bottom=0;right=0;overflow=hidden;strokeColor=inherit;fontSize=16;fontColor=#000000;" value="&lt;font style=&quot;font-size: 14px;&quot;&gt;FK&lt;/font&gt;" vertex="1">
          <mxGeometry height="30" width="34" as="geometry">
            <mxRectangle height="30" width="34" as="alternateBounds" />
          </mxGeometry>
        </mxCell>
        <mxCell id="4wj_1gfYNaP55m7zzhlJ-7" parent="4wj_1gfYNaP55m7zzhlJ-5" style="shape=partialRectangle;html=1;whiteSpace=wrap;connectable=0;fillColor=none;top=0;left=0;bottom=0;right=0;align=left;spacingLeft=6;overflow=hidden;strokeColor=inherit;fontSize=16;fontColor=#000000;" value="&lt;font color=&quot;#000000&quot;&gt;&lt;span style=&quot;font-size: 12px;&quot;&gt;bookings_id : INT&lt;/span&gt;&lt;/font&gt;" vertex="1">
          <mxGeometry height="30" width="208" x="34" as="geometry">
            <mxRectangle height="30" width="208" as="alternateBounds" />
          </mxGeometry>
        </mxCell>
        <mxCell id="4wj_1gfYNaP55m7zzhlJ-8" parent="4wj_1gfYNaP55m7zzhlJ-1" style="shape=tableRow;horizontal=0;startSize=0;swimlaneHead=0;swimlaneBody=0;top=0;left=0;bottom=0;right=0;collapsible=0;dropTarget=0;fillColor=none;points=[[0,0.5],[1,0.5]];portConstraint=eastwest;strokeColor=inherit;fontSize=16;" value="" vertex="1">
          <mxGeometry height="30" width="241.93083844866135" y="90" as="geometry" />
        </mxCell>
        <mxCell id="4wj_1gfYNaP55m7zzhlJ-9" parent="4wj_1gfYNaP55m7zzhlJ-8" style="shape=partialRectangle;html=1;whiteSpace=wrap;connectable=0;fillColor=none;top=0;left=0;bottom=0;right=0;overflow=hidden;strokeColor=inherit;fontSize=16;fontColor=#000000;" value="&lt;span style=&quot;font-size: 14px;&quot;&gt;FK&lt;/span&gt;" vertex="1">
          <mxGeometry height="30" width="34" as="geometry">
            <mxRectangle height="30" width="34" as="alternateBounds" />
          </mxGeometry>
        </mxCell>
        <mxCell id="4wj_1gfYNaP55m7zzhlJ-10" parent="4wj_1gfYNaP55m7zzhlJ-8" style="shape=partialRectangle;html=1;whiteSpace=wrap;connectable=0;fillColor=none;top=0;left=0;bottom=0;right=0;align=left;spacingLeft=6;overflow=hidden;strokeColor=inherit;fontSize=16;fontColor=#000000;" value="&lt;div style=&quot;text-align: left;&quot;&gt;&lt;span style=&quot;color: rgb(0, 0, 0); font-size: 12px;&quot;&gt;schedule_id : INT&lt;/span&gt;&lt;/div&gt;" vertex="1">
          <mxGeometry height="30" width="208" x="34" as="geometry">
            <mxRectangle height="30" width="208" as="alternateBounds" />
          </mxGeometry>
        </mxCell>
        <mxCell id="4wj_1gfYNaP55m7zzhlJ-11" parent="4wj_1gfYNaP55m7zzhlJ-1" style="shape=tableRow;horizontal=0;startSize=0;swimlaneHead=0;swimlaneBody=0;top=0;left=0;bottom=0;right=0;collapsible=0;dropTarget=0;fillColor=none;points=[[0,0.5],[1,0.5]];portConstraint=eastwest;strokeColor=inherit;fontSize=16;" value="" vertex="1">
          <mxGeometry height="30" width="241.93083844866135" y="120" as="geometry" />
        </mxCell>
        <mxCell id="4wj_1gfYNaP55m7zzhlJ-12" parent="4wj_1gfYNaP55m7zzhlJ-11" style="shape=partialRectangle;html=1;whiteSpace=wrap;connectable=0;fillColor=none;top=0;left=0;bottom=0;right=0;overflow=hidden;strokeColor=inherit;fontSize=16;fontColor=#000000;" value="" vertex="1">
          <mxGeometry height="30" width="34" as="geometry">
            <mxRectangle height="30" width="34" as="alternateBounds" />
          </mxGeometry>
        </mxCell>
        <mxCell id="4wj_1gfYNaP55m7zzhlJ-13" parent="4wj_1gfYNaP55m7zzhlJ-11" style="shape=partialRectangle;html=1;whiteSpace=wrap;connectable=0;fillColor=none;top=0;left=0;bottom=0;right=0;align=left;spacingLeft=6;overflow=hidden;strokeColor=inherit;fontSize=16;fontColor=#000000;" value="&lt;div style=&quot;text-align: center;&quot;&gt;&lt;span style=&quot;color: rgb(0, 0, 0); font-size: 12px; text-align: left;&quot;&gt;passengerr_name : VARCHAR(100)&lt;/span&gt;&lt;/div&gt;" vertex="1">
          <mxGeometry height="30" width="208" x="34" as="geometry">
            <mxRectangle height="30" width="208" as="alternateBounds" />
          </mxGeometry>
        </mxCell>
        <mxCell id="4wj_1gfYNaP55m7zzhlJ-15" parent="4wj_1gfYNaP55m7zzhlJ-1" style="shape=tableRow;horizontal=0;startSize=0;swimlaneHead=0;swimlaneBody=0;top=0;left=0;bottom=0;right=0;collapsible=0;dropTarget=0;fillColor=none;points=[[0,0.5],[1,0.5]];portConstraint=eastwest;strokeColor=inherit;fontSize=16;" value="" vertex="1">
          <mxGeometry height="30" width="241.93083844866135" y="150" as="geometry" />
        </mxCell>
        <mxCell id="4wj_1gfYNaP55m7zzhlJ-16" parent="4wj_1gfYNaP55m7zzhlJ-15" style="shape=partialRectangle;html=1;whiteSpace=wrap;connectable=0;fillColor=none;top=0;left=0;bottom=0;right=0;overflow=hidden;strokeColor=inherit;fontSize=16;fontColor=#000000;" value="" vertex="1">
          <mxGeometry height="30" width="34" as="geometry">
            <mxRectangle height="30" width="34" as="alternateBounds" />
          </mxGeometry>
        </mxCell>
        <mxCell id="4wj_1gfYNaP55m7zzhlJ-17" parent="4wj_1gfYNaP55m7zzhlJ-15" style="shape=partialRectangle;html=1;whiteSpace=wrap;connectable=0;fillColor=none;top=0;left=0;bottom=0;right=0;align=left;spacingLeft=6;overflow=hidden;strokeColor=inherit;fontSize=16;fontColor=#000000;" value="&lt;div style=&quot;text-align: center;&quot;&gt;&lt;span style=&quot;color: rgb(0, 0, 0); font-size: 12px; text-align: left;&quot;&gt;passenger_id_card : VARCHAR(20)&lt;/span&gt;&lt;/div&gt;" vertex="1">
          <mxGeometry height="30" width="208" x="34" as="geometry">
            <mxRectangle height="30" width="208" as="alternateBounds" />
          </mxGeometry>
        </mxCell>
        <mxCell id="4wj_1gfYNaP55m7zzhlJ-18" parent="4wj_1gfYNaP55m7zzhlJ-1" style="shape=tableRow;horizontal=0;startSize=0;swimlaneHead=0;swimlaneBody=0;top=0;left=0;bottom=0;right=0;collapsible=0;dropTarget=0;fillColor=none;points=[[0,0.5],[1,0.5]];portConstraint=eastwest;strokeColor=inherit;fontSize=16;" value="" vertex="1">
          <mxGeometry height="30" width="241.93083844866135" y="180" as="geometry" />
        </mxCell>
        <mxCell id="4wj_1gfYNaP55m7zzhlJ-19" parent="4wj_1gfYNaP55m7zzhlJ-18" style="shape=partialRectangle;html=1;whiteSpace=wrap;connectable=0;fillColor=none;top=0;left=0;bottom=0;right=0;overflow=hidden;strokeColor=inherit;fontSize=16;fontColor=#000000;" value="" vertex="1">
          <mxGeometry height="30" width="34" as="geometry">
            <mxRectangle height="30" width="34" as="alternateBounds" />
          </mxGeometry>
        </mxCell>
        <mxCell id="4wj_1gfYNaP55m7zzhlJ-20" parent="4wj_1gfYNaP55m7zzhlJ-18" style="shape=partialRectangle;html=1;whiteSpace=wrap;connectable=0;fillColor=none;top=0;left=0;bottom=0;right=0;align=left;spacingLeft=6;overflow=hidden;strokeColor=inherit;fontSize=16;fontColor=#000000;" value="&lt;div style=&quot;text-align: center;&quot;&gt;&lt;span style=&quot;color: rgb(0, 0, 0); font-size: 12px; text-align: left;&quot;&gt;seat_number : INT&lt;/span&gt;&lt;/div&gt;" vertex="1">
          <mxGeometry height="30" width="208" x="34" as="geometry">
            <mxRectangle height="30" width="208" as="alternateBounds" />
          </mxGeometry>
        </mxCell>
-         <mxCell id="4wj_1gfYNaP55m7zzhlJ-14" edge="1" parent="4wj_1gfYNaP55m7zzhlJ-1" source="4wj_1gfYNaP55m7zzhlJ-2" style="endArrow=none;html=1;rounded=0;strokeColor=#000000;entryX=1.002;entryY=0.898;entryDx=0;entryDy=0;entryPerimeter=0;exitX=0;exitY=0.9;exitDx=0;exitDy=0;exitPerimeter=0;" target="4wj_1gfYNaP55m7zzhlJ-2" value="">
+         <mxCell id="4wj_1gfYNaP55m7zzhlJ-14" edge="1" parent="4wj_1gfYNaP55m7zzhlJ-1" source="4wj_1gfYNaP55m7zzhlJ-2" style="endArrow=none;html=1;rounded=0;strokeColor=#000000;entryX=1.002;entryY=0.898;entryDx=0;entryDy=0;entryPerimeter=0;exitX=0;exitY=0.9;exitDx=0;exitDy=0;exitPerimeter=0;strokeWidth=2;" target="4wj_1gfYNaP55m7zzhlJ-2" value="">
          <mxGeometry height="50" relative="1" width="50" as="geometry">
            <mxPoint x="72" y="102" as="sourcePoint" />
            <mxPoint x="122" y="52" as="targetPoint" />
+           </mxGeometry>
+         </mxCell>
+         <mxCell id="BzmTT121cw_u00IB5EKc-34" edge="1" parent="1" source="spA_d-TOyame6YQLWrdW-180" style="edgeStyle=orthogonalEdgeStyle;fontSize=12;html=1;endArrow=ERmany;rounded=0;strokeColor=#000000;strokeWidth=2;startArrow=ERone;startFill=0;exitX=0;exitY=0.5;exitDx=0;exitDy=0;entryX=0;entryY=0.5;entryDx=0;entryDy=0;" target="BzmTT121cw_u00IB5EKc-25" value="">
+           <mxGeometry height="100" relative="1" width="100" as="geometry">
+             <Array as="points">
+               <mxPoint x="75" y="167" />
+               <mxPoint x="75" y="552" />
+             </Array>
+             <mxPoint x="72" y="168" as="sourcePoint" />
+             <mxPoint x="72" y="553" as="targetPoint" />
+           </mxGeometry>
+         </mxCell>
+         <mxCell id="BzmTT121cw_u00IB5EKc-35" edge="1" parent="1" source="Xo8xpW6T9qOqPY2RvKqo-64" style="edgeStyle=orthogonalEdgeStyle;fontSize=12;html=1;endArrow=ERmany;rounded=0;strokeColor=#000000;strokeWidth=2;startArrow=ERone;startFill=0;exitX=1;exitY=0.5;exitDx=0;exitDy=0;entryX=0;entryY=0.5;entryDx=0;entryDy=0;" target="4wj_1gfYNaP55m7zzhlJ-5" value="">
+           <mxGeometry height="100" relative="1" width="100" as="geometry">
+             <mxPoint x="129" y="381" as="sourcePoint" />
+             <mxPoint x="129" y="766" as="targetPoint" />
+           </mxGeometry>
+         </mxCell>
+         <mxCell id="BzmTT121cw_u00IB5EKc-36" edge="1" parent="1" source="Xo8xpW6T9qOqPY2RvKqo-50" style="edgeStyle=orthogonalEdgeStyle;fontSize=12;html=1;endArrow=ERmany;rounded=0;strokeColor=#000000;strokeWidth=2;startArrow=ERone;startFill=0;exitX=0;exitY=0.5;exitDx=0;exitDy=0;entryX=1;entryY=0.5;entryDx=0;entryDy=0;" target="4wj_1gfYNaP55m7zzhlJ-8" value="">
+           <mxGeometry height="100" relative="1" width="100" as="geometry">
+             <mxPoint x="485" y="514" as="sourcePoint" />
+             <mxPoint x="923" y="600" as="targetPoint" />
+           </mxGeometry>
+         </mxCell>
+         <mxCell id="BzmTT121cw_u00IB5EKc-37" edge="1" parent="1" source="Xo8xpW6T9qOqPY2RvKqo-53" style="edgeStyle=orthogonalEdgeStyle;fontSize=12;html=1;endArrow=ERmany;rounded=0;strokeColor=#000000;strokeWidth=2;startArrow=ERone;startFill=0;exitX=0;exitY=0.5;exitDx=0;exitDy=0;entryX=1;entryY=0.5;entryDx=0;entryDy=0;" target="Xo8xpW6T9qOqPY2RvKqo-8" value="">
+           <mxGeometry height="100" relative="1" width="100" as="geometry">
+             <mxPoint x="1092" y="560" as="sourcePoint" />
+             <mxPoint x="861" y="620" as="targetPoint" />
+           </mxGeometry>
+         </mxCell>
+         <mxCell id="BzmTT121cw_u00IB5EKc-38" edge="1" parent="1" source="Xo8xpW6T9qOqPY2RvKqo-22" style="edgeStyle=orthogonalEdgeStyle;fontSize=12;html=1;endArrow=ERmany;rounded=0;strokeColor=#000000;strokeWidth=2;startArrow=ERone;startFill=0;exitX=0;exitY=0.5;exitDx=0;exitDy=0;entryX=1;entryY=0.5;entryDx=0;entryDy=0;" target="Xo8xpW6T9qOqPY2RvKqo-56" value="">
+           <mxGeometry height="100" relative="1" width="100" as="geometry">
+             <mxPoint x="1379" y="748" as="sourcePoint" />
+             <mxPoint x="1148" y="808" as="targetPoint" />
          </mxGeometry>
        </mxCell>
      </root>
    </mxGraphModel>
  </diagram>
</mxfile>
